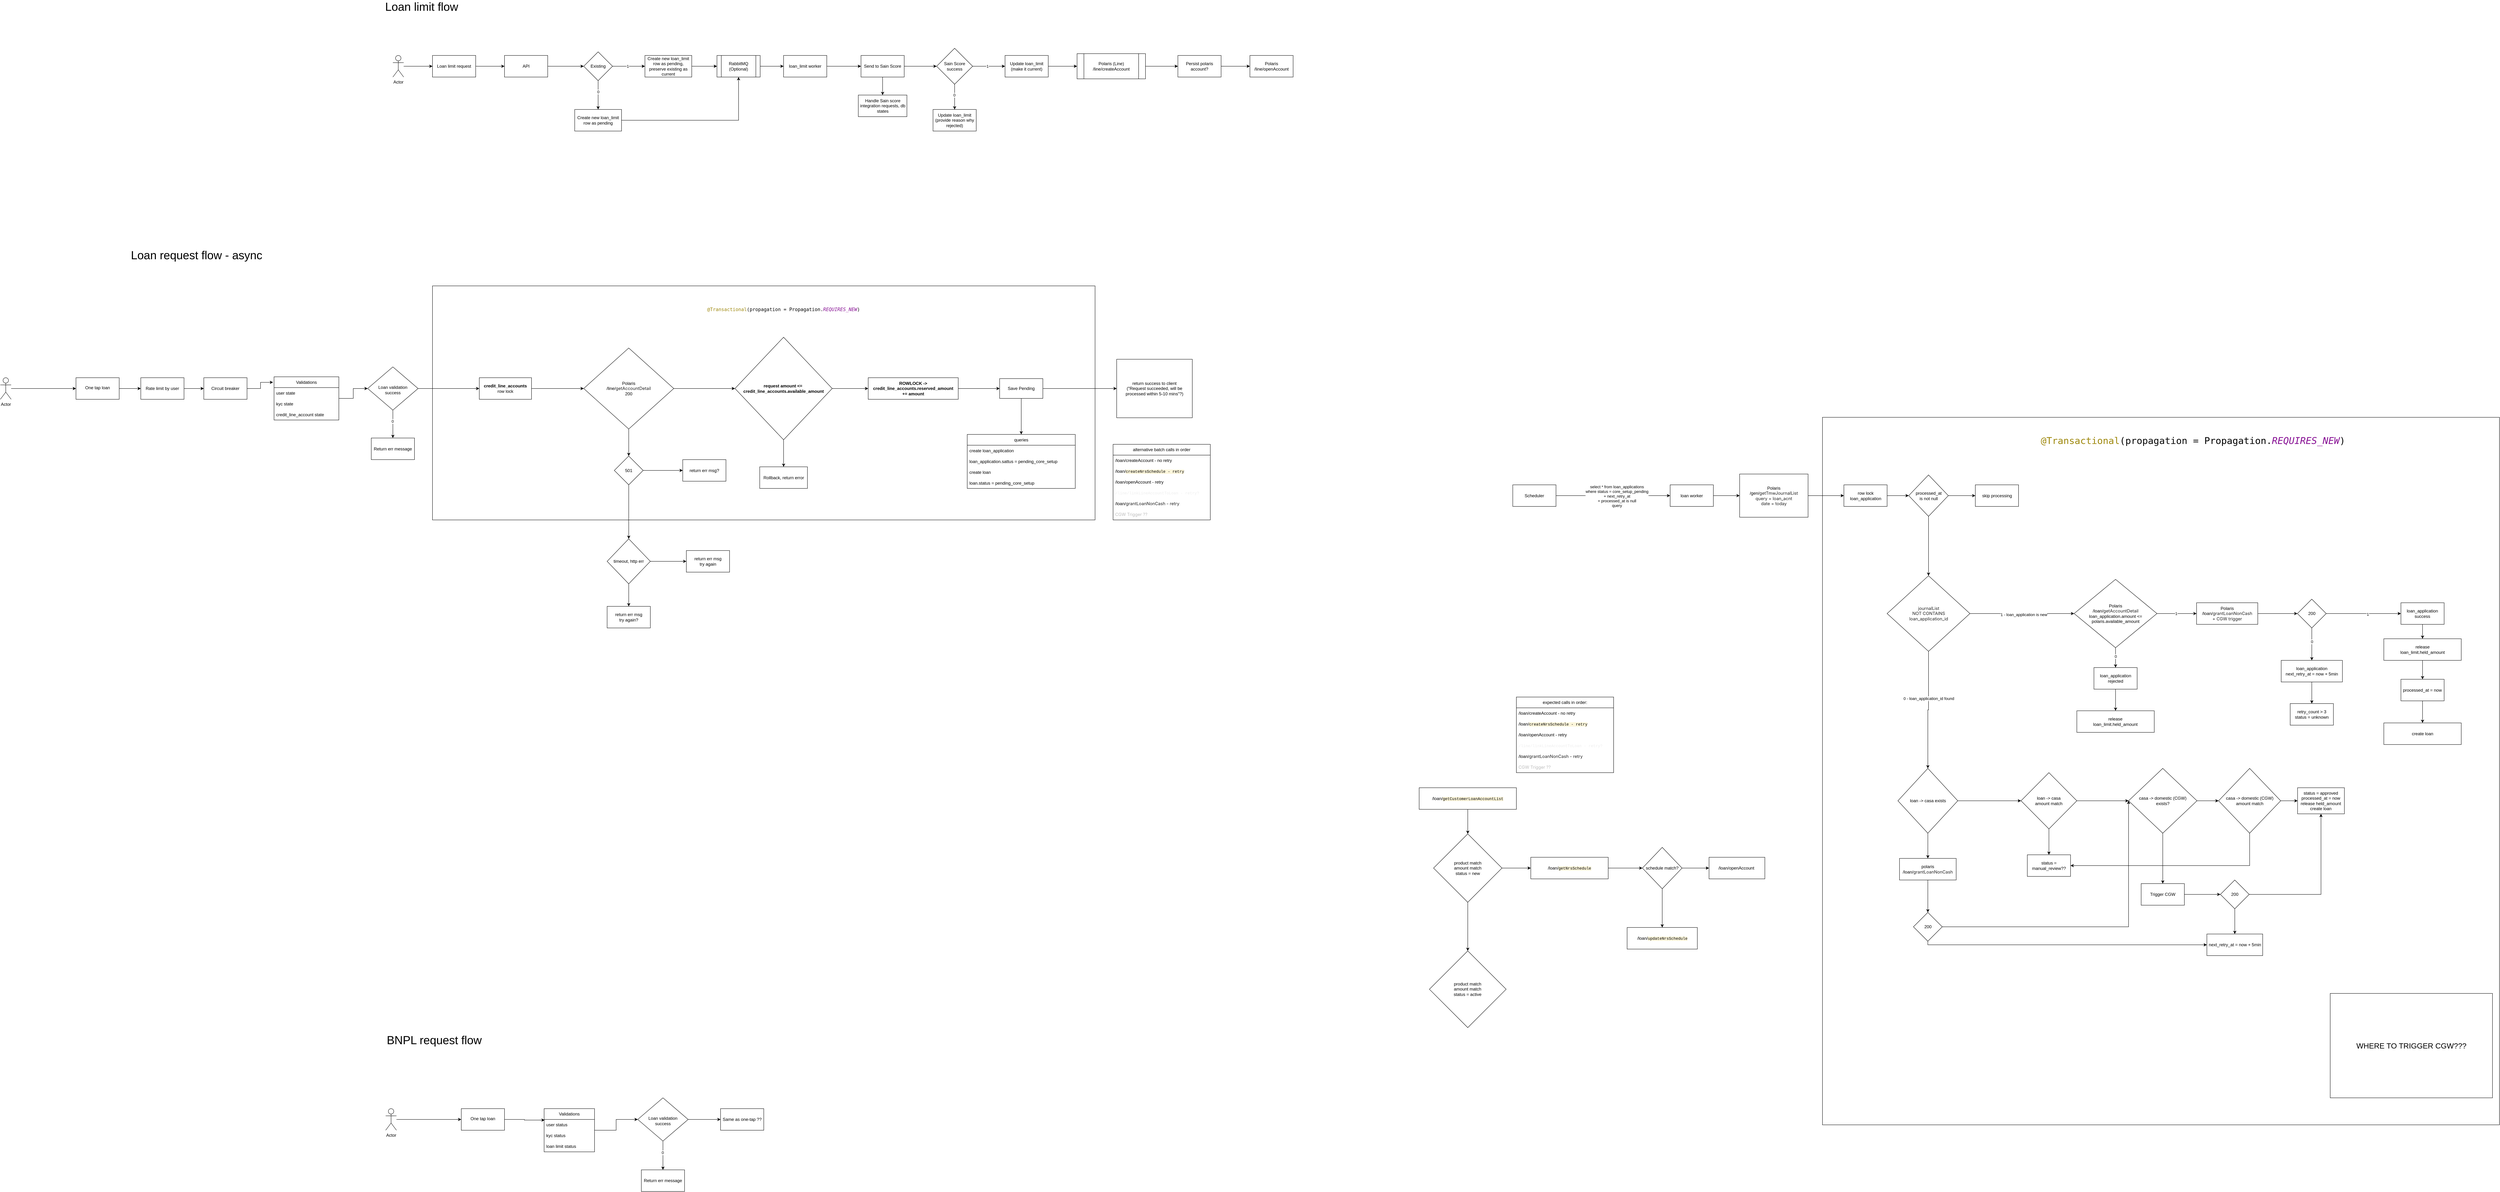
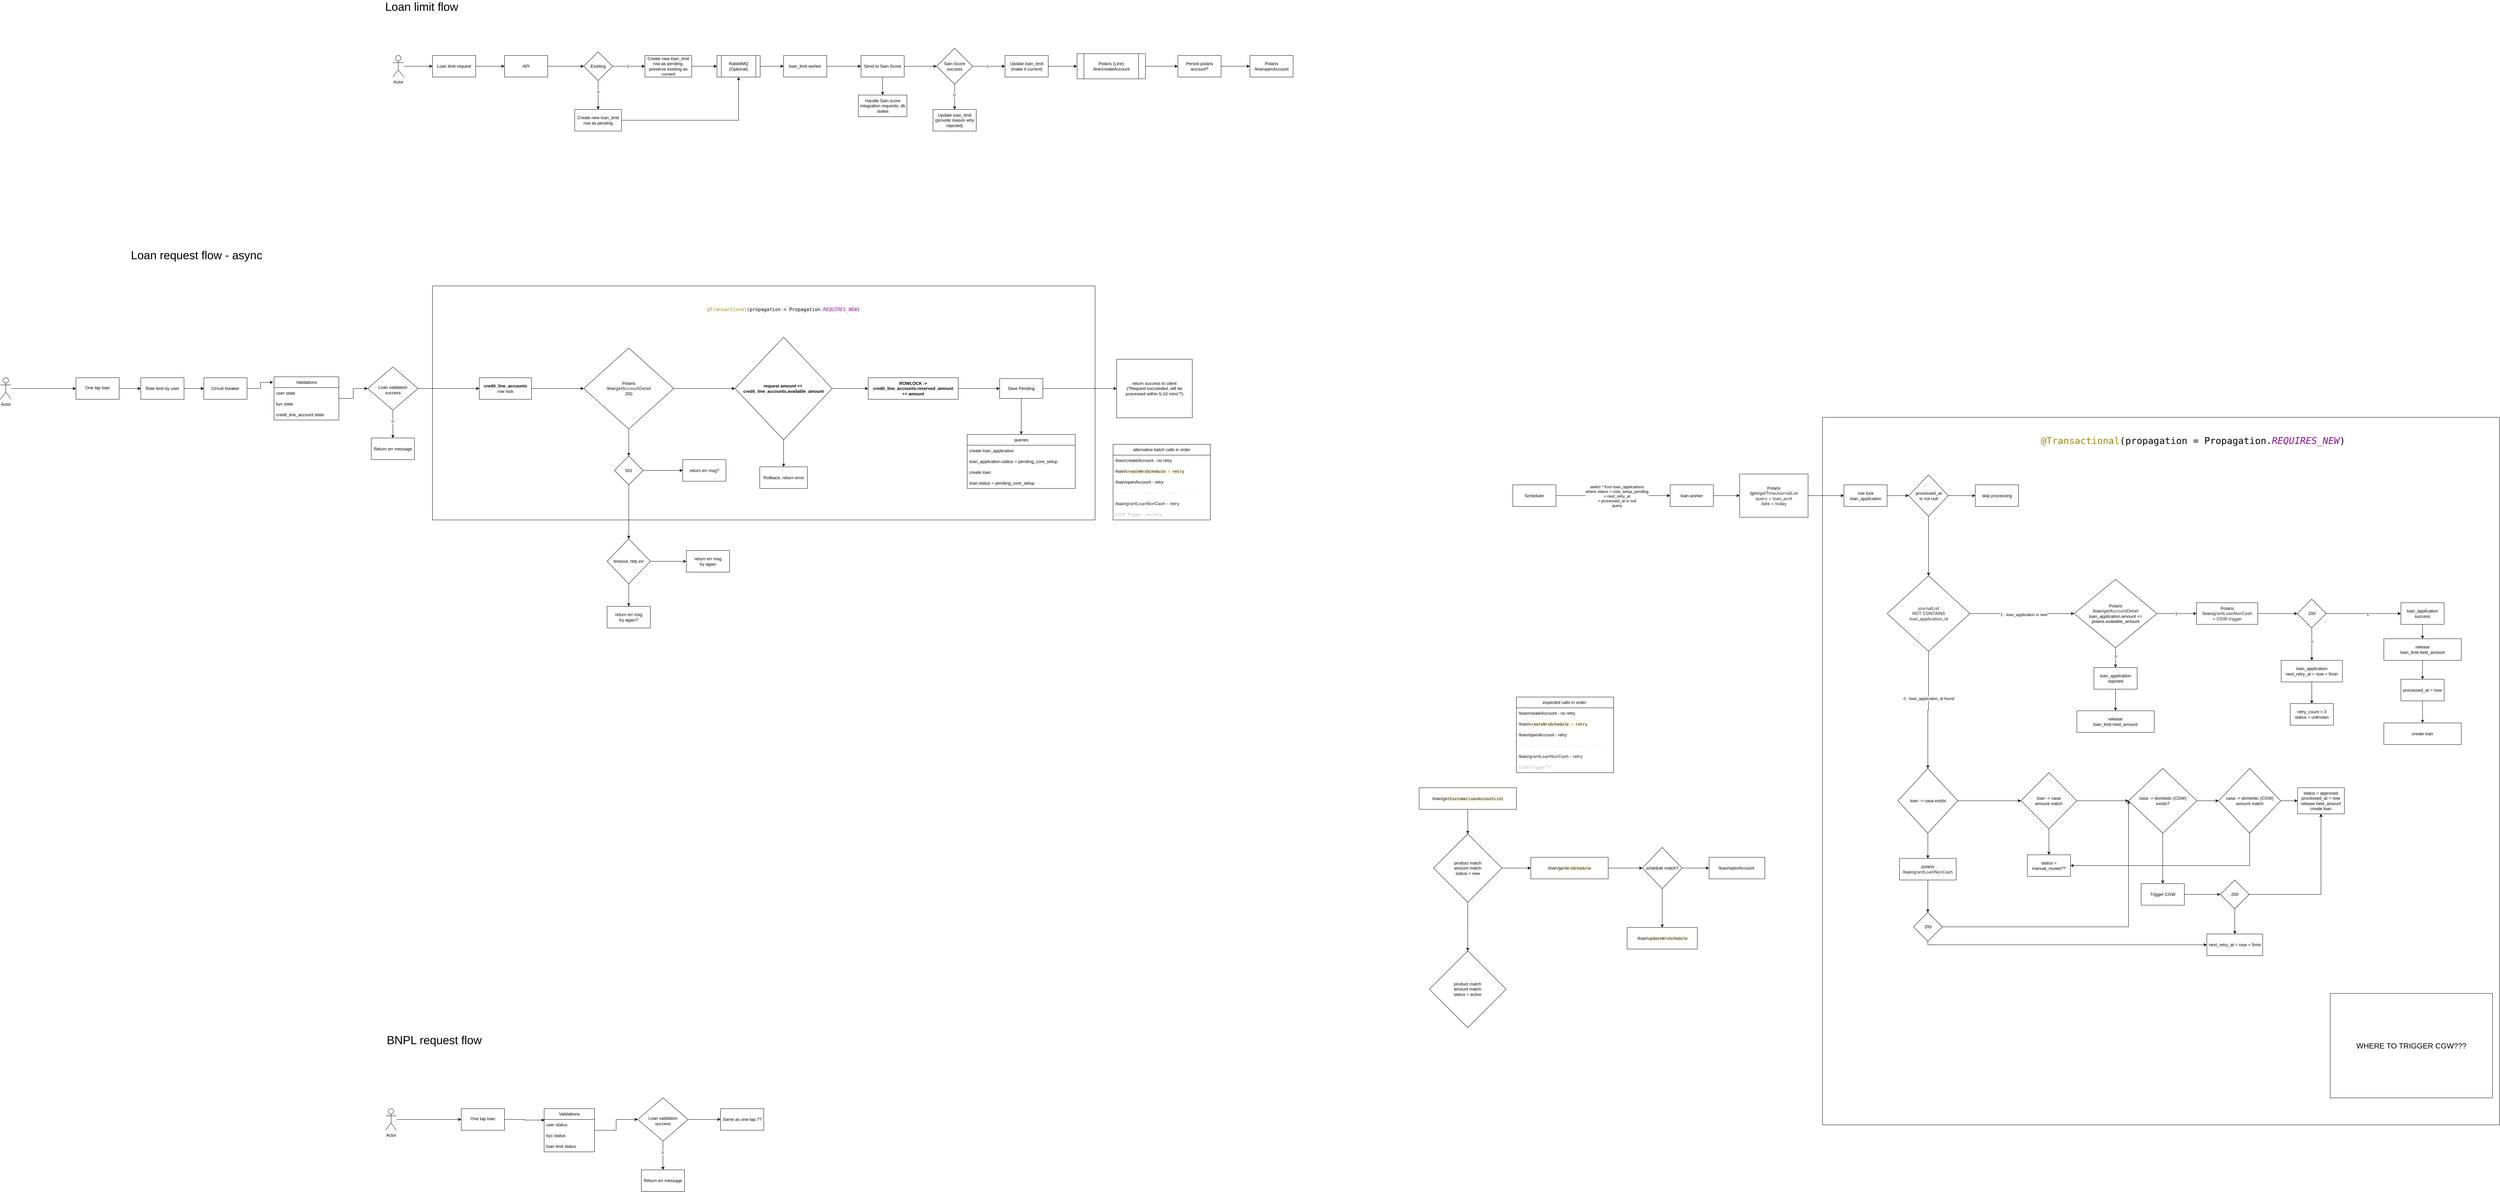
<mxfile host="app.diagrams.net">
  <diagram name="Page-1" id="VCBSuIh8bz7kurrQ0Zaz">
-     <mxGraphModel dx="3109" dy="824" grid="1" gridSize="10" guides="1" tooltips="1" connect="1" arrows="1" fold="1" page="1" pageScale="1" pageWidth="850" pageHeight="1100" math="0" shadow="0">
+     <mxGraphModel dx="2537" dy="489" grid="1" gridSize="10" guides="1" tooltips="1" connect="1" arrows="1" fold="1" page="1" pageScale="1" pageWidth="850" pageHeight="1100" math="0" shadow="0">
      <root>
        <mxCell id="0" />
        <mxCell id="1" parent="0" />
        <mxCell id="In8fDh9ZLN2M87an2Miy-188" parent="1" style="rounded=0;whiteSpace=wrap;html=1;movable=0;resizable=0;rotatable=0;deletable=0;editable=0;locked=1;connectable=0;" value="" vertex="1">
          <mxGeometry height="1965" width="1880" x="4010" y="1215" as="geometry" />
        </mxCell>
        <mxCell id="In8fDh9ZLN2M87an2Miy-172" parent="1" style="rounded=0;whiteSpace=wrap;html=1;movable=0;resizable=0;rotatable=0;deletable=0;editable=0;locked=1;connectable=0;" value="" vertex="1">
          <mxGeometry height="650" width="1840" x="150" y="850" as="geometry" />
        </mxCell>
        <mxCell id="KqixbsF9o6dLofBvsG9t-5" edge="1" parent="1" source="KqixbsF9o6dLofBvsG9t-1" style="edgeStyle=orthogonalEdgeStyle;rounded=0;orthogonalLoop=1;jettySize=auto;html=1;" target="KqixbsF9o6dLofBvsG9t-4" value="">
          <mxGeometry relative="1" as="geometry" />
        </mxCell>
        <mxCell id="KqixbsF9o6dLofBvsG9t-1" parent="1" style="rounded=0;whiteSpace=wrap;html=1;" value="Loan limit request" vertex="1">
          <mxGeometry height="60" width="120" x="150" y="210" as="geometry" />
        </mxCell>
        <mxCell id="KqixbsF9o6dLofBvsG9t-3" edge="1" parent="1" source="KqixbsF9o6dLofBvsG9t-2" style="edgeStyle=orthogonalEdgeStyle;rounded=0;orthogonalLoop=1;jettySize=auto;html=1;" target="KqixbsF9o6dLofBvsG9t-1" value="">
          <mxGeometry relative="1" as="geometry" />
        </mxCell>
        <mxCell id="KqixbsF9o6dLofBvsG9t-2" parent="1" style="shape=umlActor;verticalLabelPosition=bottom;verticalAlign=top;html=1;outlineConnect=0;" value="Actor" vertex="1">
          <mxGeometry height="60" width="30" x="40" y="210" as="geometry" />
        </mxCell>
        <mxCell id="KqixbsF9o6dLofBvsG9t-9" edge="1" parent="1" source="KqixbsF9o6dLofBvsG9t-4" style="edgeStyle=orthogonalEdgeStyle;rounded=0;orthogonalLoop=1;jettySize=auto;html=1;" target="KqixbsF9o6dLofBvsG9t-8" value="">
          <mxGeometry relative="1" as="geometry" />
        </mxCell>
        <mxCell id="KqixbsF9o6dLofBvsG9t-4" parent="1" style="rounded=0;whiteSpace=wrap;html=1;" value="API" vertex="1">
          <mxGeometry height="60" width="120" x="350" y="210" as="geometry" />
        </mxCell>
        <mxCell id="KqixbsF9o6dLofBvsG9t-11" edge="1" parent="1" source="KqixbsF9o6dLofBvsG9t-8" style="edgeStyle=orthogonalEdgeStyle;rounded=0;orthogonalLoop=1;jettySize=auto;html=1;" target="KqixbsF9o6dLofBvsG9t-10" value="">
          <mxGeometry relative="1" as="geometry" />
        </mxCell>
        <mxCell id="KqixbsF9o6dLofBvsG9t-12" connectable="0" parent="KqixbsF9o6dLofBvsG9t-11" style="edgeLabel;html=1;align=center;verticalAlign=middle;resizable=0;points=[];" value="1" vertex="1">
          <mxGeometry relative="1" x="-0.079" as="geometry">
            <mxPoint as="offset" />
          </mxGeometry>
        </mxCell>
        <mxCell id="KqixbsF9o6dLofBvsG9t-14" edge="1" parent="1" source="KqixbsF9o6dLofBvsG9t-8" style="edgeStyle=orthogonalEdgeStyle;rounded=0;orthogonalLoop=1;jettySize=auto;html=1;" target="KqixbsF9o6dLofBvsG9t-13" value="">
          <mxGeometry relative="1" as="geometry" />
        </mxCell>
        <mxCell id="KqixbsF9o6dLofBvsG9t-15" connectable="0" parent="KqixbsF9o6dLofBvsG9t-14" style="edgeLabel;html=1;align=center;verticalAlign=middle;resizable=0;points=[];" value="0" vertex="1">
          <mxGeometry relative="1" x="-0.2407" as="geometry">
            <mxPoint as="offset" />
          </mxGeometry>
        </mxCell>
        <mxCell id="KqixbsF9o6dLofBvsG9t-8" parent="1" style="rhombus;whiteSpace=wrap;html=1;rounded=0;" value="Existing" vertex="1">
          <mxGeometry height="80" width="80" x="570" y="200" as="geometry" />
        </mxCell>
        <mxCell id="KqixbsF9o6dLofBvsG9t-23" edge="1" parent="1" source="KqixbsF9o6dLofBvsG9t-10" style="edgeStyle=orthogonalEdgeStyle;rounded=0;orthogonalLoop=1;jettySize=auto;html=1;" target="KqixbsF9o6dLofBvsG9t-22" value="">
          <mxGeometry relative="1" as="geometry" />
        </mxCell>
        <mxCell id="KqixbsF9o6dLofBvsG9t-10" parent="1" style="whiteSpace=wrap;html=1;rounded=0;" value="Create new loan_limit row as pending, preserve existing as current" vertex="1">
          <mxGeometry height="60" width="130" x="740" y="210" as="geometry" />
        </mxCell>
        <mxCell id="KqixbsF9o6dLofBvsG9t-26" edge="1" parent="1" source="KqixbsF9o6dLofBvsG9t-13" style="edgeStyle=orthogonalEdgeStyle;rounded=0;orthogonalLoop=1;jettySize=auto;html=1;entryX=0.5;entryY=1;entryDx=0;entryDy=0;" target="KqixbsF9o6dLofBvsG9t-22">
          <mxGeometry relative="1" as="geometry" />
        </mxCell>
        <mxCell id="KqixbsF9o6dLofBvsG9t-13" parent="1" style="whiteSpace=wrap;html=1;rounded=0;" value="Create new loan_limit row as pending" vertex="1">
          <mxGeometry height="60" width="130" x="545" y="360" as="geometry" />
        </mxCell>
        <mxCell id="KqixbsF9o6dLofBvsG9t-25" edge="1" parent="1" source="KqixbsF9o6dLofBvsG9t-22" style="edgeStyle=orthogonalEdgeStyle;rounded=0;orthogonalLoop=1;jettySize=auto;html=1;" target="KqixbsF9o6dLofBvsG9t-24" value="">
          <mxGeometry relative="1" as="geometry" />
        </mxCell>
        <mxCell id="KqixbsF9o6dLofBvsG9t-22" parent="1" style="shape=process;whiteSpace=wrap;html=1;backgroundOutline=1;rounded=0;" value="RabbitMQ (Optional)" vertex="1">
          <mxGeometry height="60" width="120" x="940" y="210" as="geometry" />
        </mxCell>
        <mxCell id="KqixbsF9o6dLofBvsG9t-28" edge="1" parent="1" source="KqixbsF9o6dLofBvsG9t-24" style="edgeStyle=orthogonalEdgeStyle;rounded=0;orthogonalLoop=1;jettySize=auto;html=1;" target="KqixbsF9o6dLofBvsG9t-27" value="">
          <mxGeometry relative="1" as="geometry" />
        </mxCell>
        <mxCell id="KqixbsF9o6dLofBvsG9t-24" parent="1" style="whiteSpace=wrap;html=1;rounded=0;" value="loan_limit worker" vertex="1">
          <mxGeometry height="60" width="120" x="1125" y="210" as="geometry" />
        </mxCell>
        <mxCell id="KqixbsF9o6dLofBvsG9t-30" edge="1" parent="1" source="KqixbsF9o6dLofBvsG9t-27" style="edgeStyle=orthogonalEdgeStyle;rounded=0;orthogonalLoop=1;jettySize=auto;html=1;" target="KqixbsF9o6dLofBvsG9t-29" value="">
          <mxGeometry relative="1" as="geometry" />
        </mxCell>
        <mxCell id="KqixbsF9o6dLofBvsG9t-38" edge="1" parent="1" source="KqixbsF9o6dLofBvsG9t-27" style="edgeStyle=orthogonalEdgeStyle;rounded=0;orthogonalLoop=1;jettySize=auto;html=1;" target="KqixbsF9o6dLofBvsG9t-37" value="">
          <mxGeometry relative="1" as="geometry" />
        </mxCell>
        <mxCell id="KqixbsF9o6dLofBvsG9t-27" parent="1" style="whiteSpace=wrap;html=1;rounded=0;" value="Send to Sain Score" vertex="1">
          <mxGeometry height="60" width="120" x="1340" y="210" as="geometry" />
        </mxCell>
        <mxCell id="KqixbsF9o6dLofBvsG9t-32" edge="1" parent="1" source="KqixbsF9o6dLofBvsG9t-29" style="edgeStyle=orthogonalEdgeStyle;rounded=0;orthogonalLoop=1;jettySize=auto;html=1;" target="KqixbsF9o6dLofBvsG9t-31" value="">
          <mxGeometry relative="1" as="geometry" />
        </mxCell>
        <mxCell id="KqixbsF9o6dLofBvsG9t-33" connectable="0" parent="KqixbsF9o6dLofBvsG9t-32" style="edgeLabel;html=1;align=center;verticalAlign=middle;resizable=0;points=[];" value="1" vertex="1">
          <mxGeometry relative="1" x="-0.1048" as="geometry">
            <mxPoint as="offset" />
          </mxGeometry>
        </mxCell>
        <mxCell id="KqixbsF9o6dLofBvsG9t-35" edge="1" parent="1" source="KqixbsF9o6dLofBvsG9t-29" style="edgeStyle=orthogonalEdgeStyle;rounded=0;orthogonalLoop=1;jettySize=auto;html=1;" target="KqixbsF9o6dLofBvsG9t-34" value="">
          <mxGeometry relative="1" as="geometry" />
        </mxCell>
        <mxCell id="KqixbsF9o6dLofBvsG9t-36" connectable="0" parent="KqixbsF9o6dLofBvsG9t-35" style="edgeLabel;html=1;align=center;verticalAlign=middle;resizable=0;points=[];" value="0" vertex="1">
          <mxGeometry relative="1" x="-0.1429" y="-1" as="geometry">
            <mxPoint as="offset" />
          </mxGeometry>
        </mxCell>
        <mxCell id="KqixbsF9o6dLofBvsG9t-29" parent="1" style="rhombus;whiteSpace=wrap;html=1;rounded=0;" value="Sain Score success" vertex="1">
          <mxGeometry height="100" width="100" x="1550" y="190" as="geometry" />
        </mxCell>
        <mxCell id="KqixbsF9o6dLofBvsG9t-66" edge="1" parent="1" source="KqixbsF9o6dLofBvsG9t-31" style="edgeStyle=orthogonalEdgeStyle;rounded=0;orthogonalLoop=1;jettySize=auto;html=1;" target="KqixbsF9o6dLofBvsG9t-65" value="">
          <mxGeometry relative="1" as="geometry" />
        </mxCell>
        <mxCell id="KqixbsF9o6dLofBvsG9t-31" parent="1" style="whiteSpace=wrap;html=1;rounded=0;" value="Update loan_limit (make it current)" vertex="1">
          <mxGeometry height="60" width="120" x="1740" y="210" as="geometry" />
        </mxCell>
        <mxCell id="KqixbsF9o6dLofBvsG9t-34" parent="1" style="whiteSpace=wrap;html=1;rounded=0;" value="Update loan_limit&lt;br&gt;(provide reason why rejected)" vertex="1">
          <mxGeometry height="60" width="120" x="1540" y="360" as="geometry" />
        </mxCell>
        <mxCell id="KqixbsF9o6dLofBvsG9t-37" parent="1" style="whiteSpace=wrap;html=1;rounded=0;" value="Handle Sain score integration requests, db states" vertex="1">
          <mxGeometry height="60" width="135" x="1332.5" y="320" as="geometry" />
        </mxCell>
        <mxCell id="KqixbsF9o6dLofBvsG9t-40" parent="1" style="text;html=1;whiteSpace=wrap;strokeColor=none;fillColor=none;align=center;verticalAlign=middle;rounded=0;fontSize=32;" value="Loan limit flow" vertex="1">
          <mxGeometry height="30" width="260" x="-10" y="60" as="geometry" />
        </mxCell>
        <mxCell id="KqixbsF9o6dLofBvsG9t-74" edge="1" parent="1" source="KqixbsF9o6dLofBvsG9t-65" style="edgeStyle=orthogonalEdgeStyle;rounded=0;orthogonalLoop=1;jettySize=auto;html=1;" target="KqixbsF9o6dLofBvsG9t-73" value="">
          <mxGeometry relative="1" as="geometry" />
        </mxCell>
        <mxCell id="KqixbsF9o6dLofBvsG9t-65" parent="1" style="shape=process;whiteSpace=wrap;html=1;backgroundOutline=1;rounded=0;" value="Polaris (Line)&lt;br&gt;/line/createAccount" vertex="1">
          <mxGeometry height="70" width="190" x="1940" y="205" as="geometry" />
        </mxCell>
        <mxCell id="P7TJZT1PVnBYbLh7lMs1-4" edge="1" parent="1" source="KqixbsF9o6dLofBvsG9t-73" style="edgeStyle=orthogonalEdgeStyle;rounded=0;orthogonalLoop=1;jettySize=auto;html=1;" target="P7TJZT1PVnBYbLh7lMs1-3" value="">
          <mxGeometry relative="1" as="geometry" />
        </mxCell>
        <mxCell id="KqixbsF9o6dLofBvsG9t-73" parent="1" style="whiteSpace=wrap;html=1;rounded=0;" value="Persist polaris account?" vertex="1">
          <mxGeometry height="60" width="120" x="2220" y="210" as="geometry" />
        </mxCell>
        <mxCell id="U8Ajh8Gpa-m2DNKNFQys-1" parent="1" style="text;html=1;whiteSpace=wrap;strokeColor=none;fillColor=none;align=center;verticalAlign=middle;rounded=0;fontSize=32;" value="Loan request flow - async" vertex="1">
          <mxGeometry height="30" width="590" x="-800" y="750" as="geometry" />
        </mxCell>
        <mxCell id="In8fDh9ZLN2M87an2Miy-1" edge="1" parent="1" source="In8fDh9ZLN2M87an2Miy-2" style="edgeStyle=orthogonalEdgeStyle;rounded=0;orthogonalLoop=1;jettySize=auto;html=1;" target="In8fDh9ZLN2M87an2Miy-4" value="">
          <mxGeometry relative="1" as="geometry" />
        </mxCell>
        <mxCell id="In8fDh9ZLN2M87an2Miy-2" parent="1" style="shape=umlActor;verticalLabelPosition=bottom;verticalAlign=top;html=1;outlineConnect=0;" value="Actor" vertex="1">
          <mxGeometry height="60" width="30" x="-1050" y="1105" as="geometry" />
        </mxCell>
        <mxCell id="P7TJZT1PVnBYbLh7lMs1-42" edge="1" parent="1" source="In8fDh9ZLN2M87an2Miy-4" style="edgeStyle=orthogonalEdgeStyle;rounded=0;orthogonalLoop=1;jettySize=auto;html=1;" target="P7TJZT1PVnBYbLh7lMs1-41" value="">
          <mxGeometry relative="1" as="geometry" />
        </mxCell>
        <mxCell id="In8fDh9ZLN2M87an2Miy-4" parent="1" style="whiteSpace=wrap;html=1;verticalAlign=top;" value="&lt;div&gt;&lt;br&gt;&lt;/div&gt;&lt;div&gt;One tap loan&lt;/div&gt;" vertex="1">
          <mxGeometry height="60" width="120" x="-840" y="1105" as="geometry" />
        </mxCell>
        <mxCell id="In8fDh9ZLN2M87an2Miy-7" edge="1" parent="1" source="In8fDh9ZLN2M87an2Miy-9" style="edgeStyle=orthogonalEdgeStyle;rounded=0;orthogonalLoop=1;jettySize=auto;html=1;" target="In8fDh9ZLN2M87an2Miy-13" value="">
          <mxGeometry relative="1" as="geometry" />
        </mxCell>
        <mxCell id="In8fDh9ZLN2M87an2Miy-8" connectable="0" parent="In8fDh9ZLN2M87an2Miy-7" style="edgeLabel;html=1;align=center;verticalAlign=middle;resizable=0;points=[];" value="0" vertex="1">
          <mxGeometry relative="1" x="-0.2091" y="-1" as="geometry">
            <mxPoint as="offset" />
          </mxGeometry>
        </mxCell>
        <mxCell id="P7TJZT1PVnBYbLh7lMs1-36" edge="1" parent="1" source="In8fDh9ZLN2M87an2Miy-9" style="edgeStyle=orthogonalEdgeStyle;rounded=0;orthogonalLoop=1;jettySize=auto;html=1;entryX=0;entryY=0.5;entryDx=0;entryDy=0;" target="In8fDh9ZLN2M87an2Miy-161">
          <mxGeometry relative="1" as="geometry" />
        </mxCell>
        <mxCell id="In8fDh9ZLN2M87an2Miy-9" parent="1" style="rhombus;whiteSpace=wrap;html=1;verticalAlign=top;" value="&lt;br&gt;&lt;br&gt;&lt;div&gt;&lt;br&gt;&lt;/div&gt;&lt;div&gt;Loan validation&lt;br&gt;success&lt;/div&gt;" vertex="1">
          <mxGeometry height="120" width="140" x="-30" y="1075" as="geometry" />
        </mxCell>
        <mxCell id="In8fDh9ZLN2M87an2Miy-10" edge="1" parent="1" source="In8fDh9ZLN2M87an2Miy-12" style="edgeStyle=orthogonalEdgeStyle;rounded=0;orthogonalLoop=1;jettySize=auto;html=1;entryX=0.5;entryY=0;entryDx=0;entryDy=0;" target="In8fDh9ZLN2M87an2Miy-14">
          <mxGeometry relative="1" as="geometry" />
        </mxCell>
        <mxCell id="In8fDh9ZLN2M87an2Miy-54" edge="1" parent="1" source="In8fDh9ZLN2M87an2Miy-105" style="edgeStyle=orthogonalEdgeStyle;rounded=0;orthogonalLoop=1;jettySize=auto;html=1;exitX=1;exitY=0.5;exitDx=0;exitDy=0;" target="In8fDh9ZLN2M87an2Miy-53" value="">
          <mxGeometry relative="1" as="geometry">
            <mxPoint x="3329.5" y="1432.5" as="sourcePoint" />
          </mxGeometry>
        </mxCell>
        <mxCell id="In8fDh9ZLN2M87an2Miy-55" connectable="0" parent="In8fDh9ZLN2M87an2Miy-54" style="edgeLabel;html=1;align=center;verticalAlign=middle;resizable=0;points=[];" value="select * from loan_applications&lt;br&gt;where status = core_setup_pending&lt;br&gt;+ next_retry_at&lt;br&gt;+ processed_at is null&lt;br&gt;query" vertex="1">
          <mxGeometry relative="1" x="0.0637" y="-1" as="geometry">
            <mxPoint as="offset" />
          </mxGeometry>
        </mxCell>
        <mxCell id="In8fDh9ZLN2M87an2Miy-246" edge="1" parent="1" source="In8fDh9ZLN2M87an2Miy-12" style="edgeStyle=orthogonalEdgeStyle;rounded=0;orthogonalLoop=1;jettySize=auto;html=1;entryX=0;entryY=0.5;entryDx=0;entryDy=0;" target="In8fDh9ZLN2M87an2Miy-185">
          <mxGeometry relative="1" as="geometry">
            <mxPoint x="2120" y="1137" as="targetPoint" />
          </mxGeometry>
        </mxCell>
        <mxCell id="In8fDh9ZLN2M87an2Miy-12" parent="1" style="whiteSpace=wrap;html=1;verticalAlign=middle;" value="Save Pending" vertex="1">
          <mxGeometry height="55" width="120" x="1725" y="1107.5" as="geometry" />
        </mxCell>
        <mxCell id="In8fDh9ZLN2M87an2Miy-13" parent="1" style="whiteSpace=wrap;html=1;verticalAlign=middle;" value="Return err message" vertex="1">
          <mxGeometry height="60" width="120" x="-20" y="1272.5" as="geometry" />
        </mxCell>
        <mxCell id="In8fDh9ZLN2M87an2Miy-14" parent="1" style="swimlane;fontStyle=0;childLayout=stackLayout;horizontal=1;startSize=30;horizontalStack=0;resizeParent=1;resizeParentMax=0;resizeLast=0;collapsible=1;marginBottom=0;whiteSpace=wrap;html=1;" value="queries" vertex="1">
          <mxGeometry height="150" width="300" x="1635" y="1262.5" as="geometry" />
        </mxCell>
        <mxCell id="In8fDh9ZLN2M87an2Miy-15" parent="In8fDh9ZLN2M87an2Miy-14" style="text;strokeColor=none;fillColor=none;align=left;verticalAlign=middle;spacingLeft=4;spacingRight=4;overflow=hidden;points=[[0,0.5],[1,0.5]];portConstraint=eastwest;rotatable=0;whiteSpace=wrap;html=1;" value="create loan_application" vertex="1">
          <mxGeometry height="30" width="300" y="30" as="geometry" />
        </mxCell>
        <mxCell id="In8fDh9ZLN2M87an2Miy-104" parent="In8fDh9ZLN2M87an2Miy-14" style="text;strokeColor=none;fillColor=none;align=left;verticalAlign=middle;spacingLeft=4;spacingRight=4;overflow=hidden;points=[[0,0.5],[1,0.5]];portConstraint=eastwest;rotatable=0;whiteSpace=wrap;html=1;" value="loan_application.sattus = pending_core_setup" vertex="1">
          <mxGeometry height="30" width="300" y="60" as="geometry" />
        </mxCell>
        <mxCell id="In8fDh9ZLN2M87an2Miy-17" parent="In8fDh9ZLN2M87an2Miy-14" style="text;strokeColor=none;fillColor=none;align=left;verticalAlign=middle;spacingLeft=4;spacingRight=4;overflow=hidden;points=[[0,0.5],[1,0.5]];portConstraint=eastwest;rotatable=0;whiteSpace=wrap;html=1;" value="create loan" vertex="1">
          <mxGeometry height="30" width="300" y="90" as="geometry" />
        </mxCell>
        <mxCell id="P7TJZT1PVnBYbLh7lMs1-40" parent="In8fDh9ZLN2M87an2Miy-14" style="text;strokeColor=none;fillColor=none;align=left;verticalAlign=middle;spacingLeft=4;spacingRight=4;overflow=hidden;points=[[0,0.5],[1,0.5]];portConstraint=eastwest;rotatable=0;whiteSpace=wrap;html=1;" value="loan.status = pending_core_setup" vertex="1">
          <mxGeometry height="30" width="300" y="120" as="geometry" />
        </mxCell>
        <mxCell id="In8fDh9ZLN2M87an2Miy-32" edge="1" parent="1" source="In8fDh9ZLN2M87an2Miy-27" style="edgeStyle=orthogonalEdgeStyle;rounded=0;orthogonalLoop=1;jettySize=auto;html=1;entryX=0;entryY=0.5;entryDx=0;entryDy=0;" target="In8fDh9ZLN2M87an2Miy-9">
          <mxGeometry relative="1" as="geometry" />
        </mxCell>
        <mxCell id="In8fDh9ZLN2M87an2Miy-27" parent="1" style="swimlane;fontStyle=0;childLayout=stackLayout;horizontal=1;startSize=30;horizontalStack=0;resizeParent=1;resizeParentMax=0;resizeLast=0;collapsible=1;marginBottom=0;whiteSpace=wrap;html=1;" value="Validations" vertex="1">
          <mxGeometry height="120" width="180" x="-290" y="1102.5" as="geometry" />
        </mxCell>
        <mxCell id="In8fDh9ZLN2M87an2Miy-28" parent="In8fDh9ZLN2M87an2Miy-27" style="text;strokeColor=none;fillColor=none;align=left;verticalAlign=middle;spacingLeft=4;spacingRight=4;overflow=hidden;points=[[0,0.5],[1,0.5]];portConstraint=eastwest;rotatable=0;whiteSpace=wrap;html=1;" value="user state" vertex="1">
          <mxGeometry height="30" width="180" y="30" as="geometry" />
        </mxCell>
        <mxCell id="In8fDh9ZLN2M87an2Miy-29" parent="In8fDh9ZLN2M87an2Miy-27" style="text;strokeColor=none;fillColor=none;align=left;verticalAlign=middle;spacingLeft=4;spacingRight=4;overflow=hidden;points=[[0,0.5],[1,0.5]];portConstraint=eastwest;rotatable=0;whiteSpace=wrap;html=1;" value="kyc state" vertex="1">
          <mxGeometry height="30" width="180" y="60" as="geometry" />
        </mxCell>
        <mxCell id="In8fDh9ZLN2M87an2Miy-33" parent="In8fDh9ZLN2M87an2Miy-27" style="text;strokeColor=none;fillColor=none;align=left;verticalAlign=middle;spacingLeft=4;spacingRight=4;overflow=hidden;points=[[0,0.5],[1,0.5]];portConstraint=eastwest;rotatable=0;whiteSpace=wrap;html=1;" value="credit_line_account state" vertex="1">
          <mxGeometry height="30" width="180" y="90" as="geometry" />
        </mxCell>
        <mxCell id="In8fDh9ZLN2M87an2Miy-116" edge="1" parent="1" source="In8fDh9ZLN2M87an2Miy-53" style="edgeStyle=orthogonalEdgeStyle;rounded=0;orthogonalLoop=1;jettySize=auto;html=1;entryX=0;entryY=0.5;entryDx=0;entryDy=0;" target="In8fDh9ZLN2M87an2Miy-68">
          <mxGeometry relative="1" as="geometry" />
        </mxCell>
        <mxCell id="In8fDh9ZLN2M87an2Miy-53" parent="1" style="whiteSpace=wrap;html=1;" value="loan worker" vertex="1">
          <mxGeometry height="60" width="120" x="3587" y="1402.5" as="geometry" />
        </mxCell>
        <mxCell id="In8fDh9ZLN2M87an2Miy-67" edge="1" parent="1" source="In8fDh9ZLN2M87an2Miy-58" style="edgeStyle=orthogonalEdgeStyle;rounded=0;orthogonalLoop=1;jettySize=auto;html=1;entryX=0;entryY=0.5;entryDx=0;entryDy=0;" target="In8fDh9ZLN2M87an2Miy-66" value="">
          <mxGeometry relative="1" as="geometry">
            <mxPoint x="5343.87" y="1760" as="targetPoint" />
          </mxGeometry>
        </mxCell>
        <mxCell id="In8fDh9ZLN2M87an2Miy-58" parent="1" style="whiteSpace=wrap;html=1;" value="Polaris /loan/&lt;span style=&quot;color: rgb(33, 33, 33); font-family: Inter, system-ui, -apple-system, &amp;quot;system-ui&amp;quot;, &amp;quot;Segoe UI&amp;quot;, Roboto, Oxygen, Ubuntu, Cantarell, &amp;quot;Fira Sans&amp;quot;, &amp;quot;Droid Sans&amp;quot;, Helvetica, Arial, sans-serif; text-align: left; white-space: pre-wrap; background-color: rgb(255, 255, 255);&quot;&gt;grantLoanNonCash&lt;br/&gt;+ CGW trigger&lt;/span&gt;" vertex="1">
          <mxGeometry height="60" width="170" x="5048.87" y="1730" as="geometry" />
        </mxCell>
        <mxCell id="In8fDh9ZLN2M87an2Miy-62" edge="1" parent="1" source="In8fDh9ZLN2M87an2Miy-59" style="edgeStyle=orthogonalEdgeStyle;rounded=0;orthogonalLoop=1;jettySize=auto;html=1;" target="In8fDh9ZLN2M87an2Miy-61" value="">
          <mxGeometry relative="1" as="geometry" />
        </mxCell>
        <mxCell id="In8fDh9ZLN2M87an2Miy-91" connectable="0" parent="In8fDh9ZLN2M87an2Miy-62" style="edgeLabel;html=1;align=center;verticalAlign=middle;resizable=0;points=[];" value="0" vertex="1">
          <mxGeometry relative="1" x="-0.1431" as="geometry">
            <mxPoint as="offset" />
          </mxGeometry>
        </mxCell>
        <mxCell id="In8fDh9ZLN2M87an2Miy-65" edge="1" parent="1" source="In8fDh9ZLN2M87an2Miy-59" style="edgeStyle=orthogonalEdgeStyle;rounded=0;orthogonalLoop=1;jettySize=auto;html=1;" target="In8fDh9ZLN2M87an2Miy-58">
          <mxGeometry relative="1" as="geometry" />
        </mxCell>
        <mxCell id="In8fDh9ZLN2M87an2Miy-90" connectable="0" parent="In8fDh9ZLN2M87an2Miy-65" style="edgeLabel;html=1;align=center;verticalAlign=middle;resizable=0;points=[];" value="1" vertex="1">
          <mxGeometry relative="1" x="-0.0451" as="geometry">
            <mxPoint as="offset" />
          </mxGeometry>
        </mxCell>
        <mxCell id="In8fDh9ZLN2M87an2Miy-59" parent="1" style="rhombus;whiteSpace=wrap;html=1;" value="Polaris&lt;br&gt;/loan/&lt;span style=&quot;color: rgb(33, 33, 33); font-family: Inter, system-ui, -apple-system, &amp;quot;system-ui&amp;quot;, &amp;quot;Segoe UI&amp;quot;, Roboto, Oxygen, Ubuntu, Cantarell, &amp;quot;Fira Sans&amp;quot;, &amp;quot;Droid Sans&amp;quot;, Helvetica, Arial, sans-serif; text-align: left; white-space: pre-wrap; background-color: rgb(255, 255, 255);&quot;&gt;getAccountDetail&lt;/span&gt;&lt;br&gt;loan_application.amount &amp;lt;= polaris.available_amount" vertex="1">
          <mxGeometry height="190" width="230" x="4708.87" y="1665" as="geometry" />
        </mxCell>
        <mxCell id="In8fDh9ZLN2M87an2Miy-64" edge="1" parent="1" source="In8fDh9ZLN2M87an2Miy-61" style="edgeStyle=orthogonalEdgeStyle;rounded=0;orthogonalLoop=1;jettySize=auto;html=1;" target="In8fDh9ZLN2M87an2Miy-63" value="">
          <mxGeometry relative="1" as="geometry" />
        </mxCell>
        <mxCell id="In8fDh9ZLN2M87an2Miy-61" parent="1" style="whiteSpace=wrap;html=1;" value="loan_application&lt;br&gt;rejected" vertex="1">
          <mxGeometry height="60" width="120" x="4763.87" y="1910" as="geometry" />
        </mxCell>
        <mxCell id="In8fDh9ZLN2M87an2Miy-63" parent="1" style="whiteSpace=wrap;html=1;" value="release &lt;br&gt;loan_limit.held_amount" vertex="1">
          <mxGeometry height="60" width="215" x="4716.37" y="2030" as="geometry" />
        </mxCell>
        <mxCell id="In8fDh9ZLN2M87an2Miy-81" edge="1" parent="1" source="In8fDh9ZLN2M87an2Miy-66" style="edgeStyle=orthogonalEdgeStyle;rounded=0;orthogonalLoop=1;jettySize=auto;html=1;entryX=0;entryY=0.5;entryDx=0;entryDy=0;" target="In8fDh9ZLN2M87an2Miy-79">
          <mxGeometry relative="1" as="geometry" />
        </mxCell>
        <mxCell id="In8fDh9ZLN2M87an2Miy-92" connectable="0" parent="In8fDh9ZLN2M87an2Miy-81" style="edgeLabel;html=1;align=center;verticalAlign=middle;resizable=0;points=[];" value="1" vertex="1">
          <mxGeometry relative="1" x="0.1055" y="-2" as="geometry">
            <mxPoint as="offset" />
          </mxGeometry>
        </mxCell>
        <mxCell id="In8fDh9ZLN2M87an2Miy-83" edge="1" parent="1" source="In8fDh9ZLN2M87an2Miy-66" style="edgeStyle=orthogonalEdgeStyle;rounded=0;orthogonalLoop=1;jettySize=auto;html=1;" target="In8fDh9ZLN2M87an2Miy-82" value="">
          <mxGeometry relative="1" as="geometry" />
        </mxCell>
        <mxCell id="In8fDh9ZLN2M87an2Miy-93" connectable="0" parent="In8fDh9ZLN2M87an2Miy-83" style="edgeLabel;html=1;align=center;verticalAlign=middle;resizable=0;points=[];" value="0" vertex="1">
          <mxGeometry relative="1" x="-0.1623" as="geometry">
            <mxPoint as="offset" />
          </mxGeometry>
        </mxCell>
        <mxCell id="In8fDh9ZLN2M87an2Miy-66" parent="1" style="rhombus;whiteSpace=wrap;html=1;" value="200" vertex="1">
          <mxGeometry height="80" width="80" x="5328.87" y="1720" as="geometry" />
        </mxCell>
        <mxCell id="In8fDh9ZLN2M87an2Miy-119" edge="1" parent="1" source="In8fDh9ZLN2M87an2Miy-68" style="edgeStyle=orthogonalEdgeStyle;rounded=0;orthogonalLoop=1;jettySize=auto;html=1;" target="In8fDh9ZLN2M87an2Miy-118" value="">
          <mxGeometry relative="1" as="geometry" />
        </mxCell>
        <mxCell id="In8fDh9ZLN2M87an2Miy-68" parent="1" style="whiteSpace=wrap;html=1;" value="Polaris&lt;br&gt;/gen/&lt;span style=&quot;white-space: pre-wrap; color: rgb(33, 33, 33); font-family: Inter, system-ui, -apple-system, &amp;quot;system-ui&amp;quot;, &amp;quot;Segoe UI&amp;quot;, Roboto, Oxygen, Ubuntu, Cantarell, &amp;quot;Fira Sans&amp;quot;, &amp;quot;Droid Sans&amp;quot;, Helvetica, Arial, sans-serif; text-align: left; background-color: rgb(255, 255, 255);&quot;&gt;getTmwJournalList&lt;br&gt;query = loan_acnt&lt;br/&gt;date = today&lt;/span&gt;" vertex="1">
          <mxGeometry height="120" width="190" x="3780" y="1372.5" as="geometry" />
        </mxCell>
        <mxCell id="In8fDh9ZLN2M87an2Miy-71" edge="1" parent="1" source="In8fDh9ZLN2M87an2Miy-69" style="edgeStyle=orthogonalEdgeStyle;rounded=0;orthogonalLoop=1;jettySize=auto;html=1;entryX=0;entryY=0.5;entryDx=0;entryDy=0;" target="In8fDh9ZLN2M87an2Miy-59">
          <mxGeometry relative="1" as="geometry" />
        </mxCell>
        <mxCell id="In8fDh9ZLN2M87an2Miy-77" connectable="0" parent="In8fDh9ZLN2M87an2Miy-71" style="edgeLabel;html=1;align=center;verticalAlign=middle;resizable=0;points=[];" value="1 - loan_application is new" vertex="1">
          <mxGeometry relative="1" x="0.0312" y="-3" as="geometry">
            <mxPoint as="offset" />
          </mxGeometry>
        </mxCell>
        <mxCell id="In8fDh9ZLN2M87an2Miy-73" edge="1" parent="1" source="In8fDh9ZLN2M87an2Miy-69" style="edgeStyle=orthogonalEdgeStyle;rounded=0;orthogonalLoop=1;jettySize=auto;html=1;entryX=0.5;entryY=0;entryDx=0;entryDy=0;" target="In8fDh9ZLN2M87an2Miy-111" value="">
          <mxGeometry relative="1" as="geometry">
            <mxPoint x="4303.87" y="1960" as="targetPoint" />
          </mxGeometry>
        </mxCell>
        <mxCell id="In8fDh9ZLN2M87an2Miy-74" connectable="0" parent="In8fDh9ZLN2M87an2Miy-73" style="edgeLabel;html=1;align=center;verticalAlign=middle;resizable=0;points=[];" value="0 - loan_application_id found" vertex="1">
          <mxGeometry relative="1" x="-0.1975" as="geometry">
            <mxPoint as="offset" />
          </mxGeometry>
        </mxCell>
        <mxCell id="In8fDh9ZLN2M87an2Miy-69" parent="1" style="rhombus;whiteSpace=wrap;html=1;verticalAlign=middle;" value="&lt;div style=&quot;text-align: center;&quot;&gt;&lt;span style=&quot;background-color: light-dark(rgb(255, 255, 255), rgb(18, 18, 18)); color: light-dark(rgb(33, 33, 33), rgb(209, 209, 209)); font-family: Inter, system-ui, -apple-system, &amp;quot;system-ui&amp;quot;, &amp;quot;Segoe UI&amp;quot;, Roboto, Oxygen, Ubuntu, Cantarell, &amp;quot;Fira Sans&amp;quot;, &amp;quot;Droid Sans&amp;quot;, Helvetica, Arial, sans-serif; text-align: left; white-space: pre-wrap;&quot;&gt;journalList&lt;br&gt;NOT CONTAINS&lt;/span&gt;&lt;/div&gt;&lt;span style=&quot;white-space: pre-wrap; color: rgb(33, 33, 33); font-family: Inter, system-ui, -apple-system, &amp;quot;system-ui&amp;quot;, &amp;quot;Segoe UI&amp;quot;, Roboto, Oxygen, Ubuntu, Cantarell, &amp;quot;Fira Sans&amp;quot;, &amp;quot;Droid Sans&amp;quot;, Helvetica, Arial, sans-serif; text-align: left; background-color: rgb(255, 255, 255);&quot;&gt;loan_application_id&lt;/span&gt;" vertex="1">
          <mxGeometry height="210" width="230" x="4189.5" y="1655" as="geometry" />
        </mxCell>
        <mxCell id="In8fDh9ZLN2M87an2Miy-78" edge="1" parent="1" source="In8fDh9ZLN2M87an2Miy-79" style="edgeStyle=orthogonalEdgeStyle;rounded=0;orthogonalLoop=1;jettySize=auto;html=1;" target="In8fDh9ZLN2M87an2Miy-80" value="">
          <mxGeometry relative="1" as="geometry" />
        </mxCell>
        <mxCell id="In8fDh9ZLN2M87an2Miy-79" parent="1" style="whiteSpace=wrap;html=1;" value="loan_application&lt;br&gt;success" vertex="1">
          <mxGeometry height="60" width="120" x="5616.37" y="1730" as="geometry" />
        </mxCell>
        <mxCell id="In8fDh9ZLN2M87an2Miy-132" edge="1" parent="1" source="In8fDh9ZLN2M87an2Miy-80" style="edgeStyle=orthogonalEdgeStyle;rounded=0;orthogonalLoop=1;jettySize=auto;html=1;" target="In8fDh9ZLN2M87an2Miy-131" value="">
          <mxGeometry relative="1" as="geometry" />
        </mxCell>
        <mxCell id="In8fDh9ZLN2M87an2Miy-80" parent="1" style="whiteSpace=wrap;html=1;" value="release &lt;br&gt;loan_limit.held_amount" vertex="1">
          <mxGeometry height="60" width="215" x="5568.87" y="1830" as="geometry" />
        </mxCell>
        <mxCell id="In8fDh9ZLN2M87an2Miy-95" edge="1" parent="1" source="In8fDh9ZLN2M87an2Miy-82" style="edgeStyle=orthogonalEdgeStyle;rounded=0;orthogonalLoop=1;jettySize=auto;html=1;" target="In8fDh9ZLN2M87an2Miy-94" value="">
          <mxGeometry relative="1" as="geometry" />
        </mxCell>
        <mxCell id="In8fDh9ZLN2M87an2Miy-82" parent="1" style="whiteSpace=wrap;html=1;" value="loan_application&lt;br&gt;next_retry_at = now + 5min" vertex="1">
          <mxGeometry height="60" width="170" x="5283.87" y="1890" as="geometry" />
        </mxCell>
        <mxCell id="In8fDh9ZLN2M87an2Miy-88" parent="1" style="whiteSpace=wrap;html=1;" value="create loan" vertex="1">
          <mxGeometry height="60" width="215" x="5568.87" y="2063.75" as="geometry" />
        </mxCell>
        <mxCell id="In8fDh9ZLN2M87an2Miy-94" parent="1" style="whiteSpace=wrap;html=1;" value="retry_count &amp;gt; 3&lt;br&gt;status = unknown" vertex="1">
          <mxGeometry height="60" width="120" x="5308.87" y="2010" as="geometry" />
        </mxCell>
        <mxCell id="In8fDh9ZLN2M87an2Miy-105" parent="1" style="rounded=0;whiteSpace=wrap;html=1;" value="Scheduler" vertex="1">
          <mxGeometry height="60" width="120" x="3150" y="1402.5" as="geometry" />
        </mxCell>
        <mxCell id="In8fDh9ZLN2M87an2Miy-127" edge="1" parent="1" source="In8fDh9ZLN2M87an2Miy-111" style="edgeStyle=orthogonalEdgeStyle;rounded=0;orthogonalLoop=1;jettySize=auto;html=1;" target="In8fDh9ZLN2M87an2Miy-126" value="">
          <mxGeometry relative="1" as="geometry" />
        </mxCell>
        <mxCell id="In8fDh9ZLN2M87an2Miy-135" edge="1" parent="1" source="In8fDh9ZLN2M87an2Miy-111" style="edgeStyle=orthogonalEdgeStyle;rounded=0;orthogonalLoop=1;jettySize=auto;html=1;entryX=0;entryY=0.5;entryDx=0;entryDy=0;" target="In8fDh9ZLN2M87an2Miy-222">
          <mxGeometry relative="1" as="geometry">
            <mxPoint x="4520" y="2280" as="targetPoint" />
          </mxGeometry>
        </mxCell>
        <mxCell id="In8fDh9ZLN2M87an2Miy-111" parent="1" style="rhombus;whiteSpace=wrap;html=1;" value="loan -&amp;gt; casa exists" vertex="1">
          <mxGeometry height="180" width="166.25" x="4219.5" y="2190" as="geometry" />
        </mxCell>
        <mxCell id="In8fDh9ZLN2M87an2Miy-113" parent="1" style="whiteSpace=wrap;html=1;" value="status = approved&lt;br&gt;processed_at = now&lt;br&gt;release held_amount&lt;br&gt;create loan" vertex="1">
          <mxGeometry height="72.5" width="130" x="5329.37" y="2243.75" as="geometry" />
        </mxCell>
        <mxCell id="In8fDh9ZLN2M87an2Miy-122" edge="1" parent="1" source="In8fDh9ZLN2M87an2Miy-118" style="edgeStyle=orthogonalEdgeStyle;rounded=0;orthogonalLoop=1;jettySize=auto;html=1;" target="In8fDh9ZLN2M87an2Miy-121" value="">
          <mxGeometry relative="1" as="geometry" />
        </mxCell>
        <mxCell id="In8fDh9ZLN2M87an2Miy-118" parent="1" style="whiteSpace=wrap;html=1;" value="row lock&lt;br&gt;loan_application" vertex="1">
          <mxGeometry height="60" width="120" x="4069.5" y="1402.5" as="geometry" />
        </mxCell>
        <mxCell id="In8fDh9ZLN2M87an2Miy-124" edge="1" parent="1" source="In8fDh9ZLN2M87an2Miy-121" style="edgeStyle=orthogonalEdgeStyle;rounded=0;orthogonalLoop=1;jettySize=auto;html=1;" target="In8fDh9ZLN2M87an2Miy-123" value="">
          <mxGeometry relative="1" as="geometry" />
        </mxCell>
        <mxCell id="In8fDh9ZLN2M87an2Miy-125" edge="1" parent="1" source="In8fDh9ZLN2M87an2Miy-121" style="edgeStyle=orthogonalEdgeStyle;rounded=0;orthogonalLoop=1;jettySize=auto;html=1;entryX=0.5;entryY=0;entryDx=0;entryDy=0;" target="In8fDh9ZLN2M87an2Miy-69">
          <mxGeometry relative="1" as="geometry" />
        </mxCell>
        <mxCell id="In8fDh9ZLN2M87an2Miy-121" parent="1" style="rhombus;whiteSpace=wrap;html=1;" value="processed_at &lt;br&gt;is not null" vertex="1">
          <mxGeometry height="115" width="110" x="4249.5" y="1375" as="geometry" />
        </mxCell>
        <mxCell id="In8fDh9ZLN2M87an2Miy-123" parent="1" style="whiteSpace=wrap;html=1;" value="skip processing" vertex="1">
          <mxGeometry height="60" width="120" x="4434.5" y="1402.5" as="geometry" />
        </mxCell>
        <mxCell id="In8fDh9ZLN2M87an2Miy-216" edge="1" parent="1" source="In8fDh9ZLN2M87an2Miy-126" style="edgeStyle=orthogonalEdgeStyle;rounded=0;orthogonalLoop=1;jettySize=auto;html=1;entryX=0.5;entryY=0;entryDx=0;entryDy=0;" target="In8fDh9ZLN2M87an2Miy-214">
          <mxGeometry relative="1" as="geometry" />
        </mxCell>
        <mxCell id="In8fDh9ZLN2M87an2Miy-126" parent="1" style="whiteSpace=wrap;html=1;" value="polaris&lt;br&gt;/loan/&lt;span style=&quot;white-space: pre-wrap; color: rgb(33, 33, 33); font-family: Inter, system-ui, -apple-system, &amp;quot;system-ui&amp;quot;, &amp;quot;Segoe UI&amp;quot;, Roboto, Oxygen, Ubuntu, Cantarell, &amp;quot;Fira Sans&amp;quot;, &amp;quot;Droid Sans&amp;quot;, Helvetica, Arial, sans-serif; text-align: left; background-color: rgb(255, 255, 255);&quot;&gt;grantLoanNonCash&lt;/span&gt;" vertex="1">
          <mxGeometry height="60" width="157.38" x="4223.93" y="2440" as="geometry" />
        </mxCell>
        <mxCell id="In8fDh9ZLN2M87an2Miy-130" parent="1" style="rounded=0;whiteSpace=wrap;html=1;fontSize=21;" value="WHERE TO TRIGGER CGW???" vertex="1">
          <mxGeometry height="290" width="450.63" x="5420" y="2815" as="geometry" />
        </mxCell>
        <mxCell id="In8fDh9ZLN2M87an2Miy-133" edge="1" parent="1" source="In8fDh9ZLN2M87an2Miy-131" style="edgeStyle=orthogonalEdgeStyle;rounded=0;orthogonalLoop=1;jettySize=auto;html=1;" target="In8fDh9ZLN2M87an2Miy-88" value="">
          <mxGeometry relative="1" as="geometry" />
        </mxCell>
        <mxCell id="In8fDh9ZLN2M87an2Miy-131" parent="1" style="whiteSpace=wrap;html=1;" value="processed_at = now" vertex="1">
          <mxGeometry height="60" width="120" x="5616.37" y="1942.5" as="geometry" />
        </mxCell>
        <mxCell id="In8fDh9ZLN2M87an2Miy-141" edge="1" parent="1" source="In8fDh9ZLN2M87an2Miy-134" style="edgeStyle=orthogonalEdgeStyle;rounded=0;orthogonalLoop=1;jettySize=auto;html=1;entryX=0;entryY=0.5;entryDx=0;entryDy=0;" target="In8fDh9ZLN2M87an2Miy-139">
          <mxGeometry relative="1" as="geometry" />
        </mxCell>
        <mxCell id="In8fDh9ZLN2M87an2Miy-145" edge="1" parent="1" source="In8fDh9ZLN2M87an2Miy-134" style="edgeStyle=orthogonalEdgeStyle;rounded=0;orthogonalLoop=1;jettySize=auto;html=1;" target="In8fDh9ZLN2M87an2Miy-144" value="">
          <mxGeometry relative="1" as="geometry" />
        </mxCell>
        <mxCell id="In8fDh9ZLN2M87an2Miy-134" parent="1" style="rhombus;whiteSpace=wrap;html=1;" value="casa -&amp;gt; domestic (CGW)&lt;br&gt;exists?" vertex="1">
          <mxGeometry height="180" width="190" x="4860" y="2190" as="geometry" />
        </mxCell>
        <mxCell id="In8fDh9ZLN2M87an2Miy-142" edge="1" parent="1" source="In8fDh9ZLN2M87an2Miy-139" style="edgeStyle=orthogonalEdgeStyle;rounded=0;orthogonalLoop=1;jettySize=auto;html=1;entryX=0;entryY=0.5;entryDx=0;entryDy=0;" target="In8fDh9ZLN2M87an2Miy-113">
          <mxGeometry relative="1" as="geometry" />
        </mxCell>
        <mxCell id="In8fDh9ZLN2M87an2Miy-227" edge="1" parent="1" source="In8fDh9ZLN2M87an2Miy-139" style="edgeStyle=orthogonalEdgeStyle;rounded=0;orthogonalLoop=1;jettySize=auto;html=1;entryX=1;entryY=0.5;entryDx=0;entryDy=0;" target="In8fDh9ZLN2M87an2Miy-225">
          <mxGeometry relative="1" as="geometry">
            <Array as="points">
              <mxPoint x="5196" y="2460" />
            </Array>
          </mxGeometry>
        </mxCell>
        <mxCell id="In8fDh9ZLN2M87an2Miy-139" parent="1" style="rhombus;whiteSpace=wrap;html=1;" value="casa -&amp;gt; domestic (CGW)&lt;br&gt;amount match" vertex="1">
          <mxGeometry height="180" width="172.5" x="5110" y="2190" as="geometry" />
        </mxCell>
        <mxCell id="In8fDh9ZLN2M87an2Miy-147" edge="1" parent="1" source="In8fDh9ZLN2M87an2Miy-144" style="edgeStyle=orthogonalEdgeStyle;rounded=0;orthogonalLoop=1;jettySize=auto;html=1;" target="In8fDh9ZLN2M87an2Miy-146" value="">
          <mxGeometry relative="1" as="geometry" />
        </mxCell>
        <mxCell id="In8fDh9ZLN2M87an2Miy-144" parent="1" style="whiteSpace=wrap;html=1;" value="Trigger CGW" vertex="1">
          <mxGeometry height="60" width="120" x="4895" y="2510" as="geometry" />
        </mxCell>
        <mxCell id="In8fDh9ZLN2M87an2Miy-148" edge="1" parent="1" source="In8fDh9ZLN2M87an2Miy-146" style="edgeStyle=orthogonalEdgeStyle;rounded=0;orthogonalLoop=1;jettySize=auto;html=1;entryX=0.5;entryY=1;entryDx=0;entryDy=0;" target="In8fDh9ZLN2M87an2Miy-113">
          <mxGeometry relative="1" as="geometry" />
        </mxCell>
        <mxCell id="In8fDh9ZLN2M87an2Miy-150" edge="1" parent="1" source="In8fDh9ZLN2M87an2Miy-146" style="edgeStyle=orthogonalEdgeStyle;rounded=0;orthogonalLoop=1;jettySize=auto;html=1;" target="In8fDh9ZLN2M87an2Miy-149" value="">
          <mxGeometry relative="1" as="geometry" />
        </mxCell>
        <mxCell id="In8fDh9ZLN2M87an2Miy-146" parent="1" style="rhombus;whiteSpace=wrap;html=1;" value="200" vertex="1">
          <mxGeometry height="80" width="80" x="5115" y="2500" as="geometry" />
        </mxCell>
        <mxCell id="In8fDh9ZLN2M87an2Miy-149" parent="1" style="whiteSpace=wrap;html=1;" value="next_retry_at = now + 5min" vertex="1">
          <mxGeometry height="60" width="155" x="5077.5" y="2650" as="geometry" />
        </mxCell>
        <mxCell id="In8fDh9ZLN2M87an2Miy-176" edge="1" parent="1" source="In8fDh9ZLN2M87an2Miy-152" style="edgeStyle=orthogonalEdgeStyle;rounded=0;orthogonalLoop=1;jettySize=auto;html=1;" target="In8fDh9ZLN2M87an2Miy-175" value="">
          <mxGeometry relative="1" as="geometry" />
        </mxCell>
        <mxCell id="In8fDh9ZLN2M87an2Miy-244" edge="1" parent="1" source="In8fDh9ZLN2M87an2Miy-152" style="edgeStyle=orthogonalEdgeStyle;rounded=0;orthogonalLoop=1;jettySize=auto;html=1;entryX=0;entryY=0.5;entryDx=0;entryDy=0;" target="In8fDh9ZLN2M87an2Miy-162">
          <mxGeometry relative="1" as="geometry" />
        </mxCell>
        <mxCell id="In8fDh9ZLN2M87an2Miy-152" parent="1" style="rhombus;whiteSpace=wrap;html=1;align=center;" value="&lt;div style=&quot;&quot;&gt;&lt;span style=&quot;background-color: transparent; color: light-dark(rgb(0, 0, 0), rgb(255, 255, 255));&quot;&gt;&lt;b&gt;request amount &amp;lt;=&amp;nbsp;&lt;br&gt;&lt;/b&gt;&lt;/span&gt;&lt;span style=&quot;font-weight: 700; background-color: transparent; color: light-dark(rgb(0, 0, 0), rgb(255, 255, 255));&quot;&gt;credit_line_accounts.available_amount&lt;/span&gt;&lt;/div&gt;" vertex="1">
          <mxGeometry height="285" width="270" x="990" y="992.5" as="geometry" />
        </mxCell>
        <mxCell id="P7TJZT1PVnBYbLh7lMs1-37" edge="1" parent="1" source="In8fDh9ZLN2M87an2Miy-161" style="edgeStyle=orthogonalEdgeStyle;rounded=0;orthogonalLoop=1;jettySize=auto;html=1;entryX=0;entryY=0.5;entryDx=0;entryDy=0;" target="In8fDh9ZLN2M87an2Miy-228">
          <mxGeometry relative="1" as="geometry" />
        </mxCell>
        <mxCell id="In8fDh9ZLN2M87an2Miy-161" parent="1" style="rounded=0;whiteSpace=wrap;html=1;" value="&lt;span style=&quot;font-weight: 700;&quot;&gt;credit_line_accounts&lt;br&gt;&lt;/span&gt;row lock" vertex="1">
          <mxGeometry height="60" width="145" x="280" y="1105" as="geometry" />
        </mxCell>
        <mxCell id="In8fDh9ZLN2M87an2Miy-165" edge="1" parent="1" source="In8fDh9ZLN2M87an2Miy-162" style="edgeStyle=orthogonalEdgeStyle;rounded=0;orthogonalLoop=1;jettySize=auto;html=1;" target="In8fDh9ZLN2M87an2Miy-12">
          <mxGeometry relative="1" as="geometry" />
        </mxCell>
        <mxCell id="In8fDh9ZLN2M87an2Miy-162" parent="1" style="rounded=0;whiteSpace=wrap;html=1;" value="&lt;span style=&quot;font-weight: 700; text-align: left;&quot;&gt;ROWLOCK -&amp;gt;&lt;br&gt;credit_line_accounts.reserved_amount &lt;br&gt;+= amount&lt;/span&gt;" vertex="1">
          <mxGeometry height="60" width="250" x="1360" y="1105" as="geometry" />
        </mxCell>
        <mxCell id="In8fDh9ZLN2M87an2Miy-174" parent="1" style="text;html=1;whiteSpace=wrap;strokeColor=none;fillColor=none;align=center;verticalAlign=middle;rounded=0;" value="&lt;div style=&quot;background-color:#ffffff;color:#080808&quot;&gt;&lt;pre style=&quot;font-family:&#39;JetBrains Mono&#39;,monospace;font-size:9.8pt;&quot;&gt;&lt;span style=&quot;color:#9e880d;&quot;&gt;@Transactional&lt;/span&gt;(propagation = &lt;span style=&quot;color:#000000;&quot;&gt;Propagation&lt;/span&gt;.&lt;span style=&quot;color:#871094;font-style:italic;&quot;&gt;REQUIRES_NEW&lt;/span&gt;)&lt;/pre&gt;&lt;/div&gt;" vertex="1">
          <mxGeometry height="30" width="240" x="1005" y="900" as="geometry" />
        </mxCell>
        <mxCell id="In8fDh9ZLN2M87an2Miy-175" parent="1" style="whiteSpace=wrap;html=1;" value="Rollback, return error" vertex="1">
          <mxGeometry height="60" width="132.5" x="1058.75" y="1352.5" as="geometry" />
        </mxCell>
        <mxCell id="In8fDh9ZLN2M87an2Miy-185" parent="1" style="whiteSpace=wrap;html=1;fontStyle=0;startSize=30;horizontal=1;" value="return success to client&lt;br&gt;(&quot;Request succeeded, will be processed within 5-10 mins&quot;?)" vertex="1">
          <mxGeometry height="162.5" width="210" x="2050" y="1053.75" as="geometry" />
        </mxCell>
        <mxCell id="In8fDh9ZLN2M87an2Miy-189" parent="1" style="text;html=1;whiteSpace=wrap;strokeColor=none;fillColor=none;align=center;verticalAlign=middle;rounded=0;fontSize=26;" value="&lt;div style=&quot;background-color:#ffffff;color:#080808&quot;&gt;&lt;pre style=&quot;font-family: &amp;quot;JetBrains Mono&amp;quot;, monospace;&quot;&gt;&lt;span style=&quot;color:#9e880d;&quot;&gt;@Transactional&lt;/span&gt;(propagation = &lt;span style=&quot;color:#000000;&quot;&gt;Propagation&lt;/span&gt;.&lt;span style=&quot;color:#871094;font-style:italic;&quot;&gt;REQUIRES_NEW&lt;/span&gt;)&lt;/pre&gt;&lt;/div&gt;" vertex="1">
          <mxGeometry height="30" width="240" x="4918.87" y="1265" as="geometry" />
        </mxCell>
        <mxCell id="In8fDh9ZLN2M87an2Miy-198" parent="1" style="text;html=1;whiteSpace=wrap;strokeColor=none;fillColor=none;align=center;verticalAlign=middle;rounded=0;fontSize=32;" value="BNPL request flow" vertex="1">
          <mxGeometry height="30" width="470" x="-80" y="2930" as="geometry" />
        </mxCell>
        <mxCell id="In8fDh9ZLN2M87an2Miy-199" edge="1" parent="1" source="In8fDh9ZLN2M87an2Miy-200" style="edgeStyle=orthogonalEdgeStyle;rounded=0;orthogonalLoop=1;jettySize=auto;html=1;" target="In8fDh9ZLN2M87an2Miy-202" value="">
          <mxGeometry relative="1" as="geometry" />
        </mxCell>
        <mxCell id="In8fDh9ZLN2M87an2Miy-200" parent="1" style="shape=umlActor;verticalLabelPosition=bottom;verticalAlign=top;html=1;outlineConnect=0;" value="Actor" vertex="1">
          <mxGeometry height="60" width="30" x="20" y="3135" as="geometry" />
        </mxCell>
        <mxCell id="In8fDh9ZLN2M87an2Miy-201" edge="1" parent="1" source="In8fDh9ZLN2M87an2Miy-202" style="edgeStyle=orthogonalEdgeStyle;rounded=0;orthogonalLoop=1;jettySize=auto;html=1;entryX=0.011;entryY=0.06;entryDx=0;entryDy=0;entryPerimeter=0;" target="In8fDh9ZLN2M87an2Miy-209" value="">
          <mxGeometry relative="1" as="geometry">
            <mxPoint x="440" y="3165" as="targetPoint" />
          </mxGeometry>
        </mxCell>
        <mxCell id="In8fDh9ZLN2M87an2Miy-202" parent="1" style="whiteSpace=wrap;html=1;verticalAlign=top;" value="&lt;div&gt;&lt;br&gt;&lt;/div&gt;&lt;div&gt;One tap loan&lt;/div&gt;" vertex="1">
          <mxGeometry height="60" width="120" x="230" y="3135" as="geometry" />
        </mxCell>
        <mxCell id="In8fDh9ZLN2M87an2Miy-203" edge="1" parent="1" source="In8fDh9ZLN2M87an2Miy-205" style="edgeStyle=orthogonalEdgeStyle;rounded=0;orthogonalLoop=1;jettySize=auto;html=1;" target="In8fDh9ZLN2M87an2Miy-206" value="">
          <mxGeometry relative="1" as="geometry" />
        </mxCell>
        <mxCell id="In8fDh9ZLN2M87an2Miy-204" connectable="0" parent="In8fDh9ZLN2M87an2Miy-203" style="edgeLabel;html=1;align=center;verticalAlign=middle;resizable=0;points=[];" value="0" vertex="1">
          <mxGeometry relative="1" x="-0.2091" y="-1" as="geometry">
            <mxPoint as="offset" />
          </mxGeometry>
        </mxCell>
        <mxCell id="In8fDh9ZLN2M87an2Miy-213" edge="1" parent="1" source="In8fDh9ZLN2M87an2Miy-205" style="edgeStyle=orthogonalEdgeStyle;rounded=0;orthogonalLoop=1;jettySize=auto;html=1;" target="In8fDh9ZLN2M87an2Miy-212" value="">
          <mxGeometry relative="1" as="geometry" />
        </mxCell>
        <mxCell id="In8fDh9ZLN2M87an2Miy-205" parent="1" style="rhombus;whiteSpace=wrap;html=1;verticalAlign=top;" value="&lt;br&gt;&lt;br&gt;&lt;div&gt;&lt;br&gt;&lt;/div&gt;&lt;div&gt;Loan validation&lt;br&gt;success&lt;/div&gt;" vertex="1">
          <mxGeometry height="120" width="140" x="720" y="3105" as="geometry" />
        </mxCell>
        <mxCell id="In8fDh9ZLN2M87an2Miy-206" parent="1" style="whiteSpace=wrap;html=1;verticalAlign=middle;" value="Return err message" vertex="1">
          <mxGeometry height="60" width="120" x="730" y="3305" as="geometry" />
        </mxCell>
        <mxCell id="In8fDh9ZLN2M87an2Miy-207" edge="1" parent="1" source="In8fDh9ZLN2M87an2Miy-208" style="edgeStyle=orthogonalEdgeStyle;rounded=0;orthogonalLoop=1;jettySize=auto;html=1;entryX=0;entryY=0.5;entryDx=0;entryDy=0;" target="In8fDh9ZLN2M87an2Miy-205">
          <mxGeometry relative="1" as="geometry" />
        </mxCell>
        <mxCell id="In8fDh9ZLN2M87an2Miy-208" parent="1" style="swimlane;fontStyle=0;childLayout=stackLayout;horizontal=1;startSize=30;horizontalStack=0;resizeParent=1;resizeParentMax=0;resizeLast=0;collapsible=1;marginBottom=0;whiteSpace=wrap;html=1;" value="Validations" vertex="1">
          <mxGeometry height="120" width="140" x="460" y="3135" as="geometry" />
        </mxCell>
        <mxCell id="In8fDh9ZLN2M87an2Miy-209" parent="In8fDh9ZLN2M87an2Miy-208" style="text;strokeColor=none;fillColor=none;align=left;verticalAlign=middle;spacingLeft=4;spacingRight=4;overflow=hidden;points=[[0,0.5],[1,0.5]];portConstraint=eastwest;rotatable=0;whiteSpace=wrap;html=1;" value="user status" vertex="1">
          <mxGeometry height="30" width="140" y="30" as="geometry" />
        </mxCell>
        <mxCell id="In8fDh9ZLN2M87an2Miy-210" parent="In8fDh9ZLN2M87an2Miy-208" style="text;strokeColor=none;fillColor=none;align=left;verticalAlign=middle;spacingLeft=4;spacingRight=4;overflow=hidden;points=[[0,0.5],[1,0.5]];portConstraint=eastwest;rotatable=0;whiteSpace=wrap;html=1;" value="kyc status" vertex="1">
          <mxGeometry height="30" width="140" y="60" as="geometry" />
        </mxCell>
        <mxCell id="In8fDh9ZLN2M87an2Miy-211" parent="In8fDh9ZLN2M87an2Miy-208" style="text;strokeColor=none;fillColor=none;align=left;verticalAlign=middle;spacingLeft=4;spacingRight=4;overflow=hidden;points=[[0,0.5],[1,0.5]];portConstraint=eastwest;rotatable=0;whiteSpace=wrap;html=1;" value="loan limit status" vertex="1">
          <mxGeometry height="30" width="140" y="90" as="geometry" />
        </mxCell>
        <mxCell id="In8fDh9ZLN2M87an2Miy-212" parent="1" style="whiteSpace=wrap;html=1;verticalAlign=middle;" value="Same as one-tap ??" vertex="1">
          <mxGeometry height="60" width="120" x="950" y="3135" as="geometry" />
        </mxCell>
        <mxCell id="In8fDh9ZLN2M87an2Miy-218" edge="1" parent="1" source="In8fDh9ZLN2M87an2Miy-214" style="edgeStyle=orthogonalEdgeStyle;rounded=0;orthogonalLoop=1;jettySize=auto;html=1;entryX=0;entryY=0.5;entryDx=0;entryDy=0;" target="In8fDh9ZLN2M87an2Miy-134">
          <mxGeometry relative="1" as="geometry">
            <Array as="points">
              <mxPoint x="4860" y="2630" />
            </Array>
          </mxGeometry>
        </mxCell>
        <mxCell id="In8fDh9ZLN2M87an2Miy-221" edge="1" parent="1" source="In8fDh9ZLN2M87an2Miy-214" style="edgeStyle=orthogonalEdgeStyle;rounded=0;orthogonalLoop=1;jettySize=auto;html=1;entryX=0;entryY=0.5;entryDx=0;entryDy=0;" target="In8fDh9ZLN2M87an2Miy-149">
          <mxGeometry relative="1" as="geometry">
            <Array as="points">
              <mxPoint x="4303" y="2680" />
            </Array>
          </mxGeometry>
        </mxCell>
        <mxCell id="In8fDh9ZLN2M87an2Miy-214" parent="1" style="rhombus;whiteSpace=wrap;html=1;" value="200" vertex="1">
          <mxGeometry height="80" width="80" x="4262.62" y="2590" as="geometry" />
        </mxCell>
        <mxCell id="In8fDh9ZLN2M87an2Miy-223" edge="1" parent="1" source="In8fDh9ZLN2M87an2Miy-222" style="edgeStyle=orthogonalEdgeStyle;rounded=0;orthogonalLoop=1;jettySize=auto;html=1;" target="In8fDh9ZLN2M87an2Miy-134">
          <mxGeometry relative="1" as="geometry" />
        </mxCell>
        <mxCell id="In8fDh9ZLN2M87an2Miy-226" edge="1" parent="1" source="In8fDh9ZLN2M87an2Miy-222" style="edgeStyle=orthogonalEdgeStyle;rounded=0;orthogonalLoop=1;jettySize=auto;html=1;" target="In8fDh9ZLN2M87an2Miy-225" value="">
          <mxGeometry relative="1" as="geometry" />
        </mxCell>
        <mxCell id="In8fDh9ZLN2M87an2Miy-222" parent="1" style="rhombus;whiteSpace=wrap;html=1;" value="loan -&amp;gt; casa &lt;br&gt;amount match" vertex="1">
          <mxGeometry height="156.25" width="155" x="4561.37" y="2201.88" as="geometry" />
        </mxCell>
        <mxCell id="In8fDh9ZLN2M87an2Miy-225" parent="1" style="whiteSpace=wrap;html=1;" value="status = manual_review??" vertex="1">
          <mxGeometry height="60" width="120" x="4578.87" y="2429.995" as="geometry" />
        </mxCell>
        <mxCell id="P7TJZT1PVnBYbLh7lMs1-38" edge="1" parent="1" source="In8fDh9ZLN2M87an2Miy-228" style="edgeStyle=orthogonalEdgeStyle;rounded=0;orthogonalLoop=1;jettySize=auto;html=1;entryX=0.5;entryY=0;entryDx=0;entryDy=0;" target="In8fDh9ZLN2M87an2Miy-233">
          <mxGeometry relative="1" as="geometry" />
        </mxCell>
        <mxCell id="P7TJZT1PVnBYbLh7lMs1-39" edge="1" parent="1" source="In8fDh9ZLN2M87an2Miy-228" style="edgeStyle=orthogonalEdgeStyle;rounded=0;orthogonalLoop=1;jettySize=auto;html=1;" target="In8fDh9ZLN2M87an2Miy-152">
          <mxGeometry relative="1" as="geometry" />
        </mxCell>
        <mxCell id="In8fDh9ZLN2M87an2Miy-228" parent="1" style="rhombus;whiteSpace=wrap;html=1;" value="Polaris&lt;br&gt;/line/&lt;span style=&quot;color: rgb(33, 33, 33); font-family: Inter, system-ui, -apple-system, &amp;quot;system-ui&amp;quot;, &amp;quot;Segoe UI&amp;quot;, Roboto, Oxygen, Ubuntu, Cantarell, &amp;quot;Fira Sans&amp;quot;, &amp;quot;Droid Sans&amp;quot;, Helvetica, Arial, sans-serif; text-align: left; white-space: pre-wrap; background-color: rgb(255, 255, 255);&quot;&gt;getAccountDetail&lt;/span&gt;&lt;br&gt;200" vertex="1">
          <mxGeometry height="225" width="250" x="570" y="1022.5" as="geometry" />
        </mxCell>
        <mxCell id="In8fDh9ZLN2M87an2Miy-236" edge="1" parent="1" source="In8fDh9ZLN2M87an2Miy-233" style="edgeStyle=orthogonalEdgeStyle;rounded=0;orthogonalLoop=1;jettySize=auto;html=1;" target="In8fDh9ZLN2M87an2Miy-235" value="">
          <mxGeometry relative="1" as="geometry" />
        </mxCell>
        <mxCell id="In8fDh9ZLN2M87an2Miy-242" edge="1" parent="1" source="In8fDh9ZLN2M87an2Miy-233" style="edgeStyle=orthogonalEdgeStyle;rounded=0;orthogonalLoop=1;jettySize=auto;html=1;entryX=0;entryY=0.5;entryDx=0;entryDy=0;" target="In8fDh9ZLN2M87an2Miy-241" value="">
          <mxGeometry relative="1" as="geometry">
            <mxPoint x="765" y="1362.5" as="targetPoint" />
          </mxGeometry>
        </mxCell>
        <mxCell id="In8fDh9ZLN2M87an2Miy-233" parent="1" style="rhombus;whiteSpace=wrap;html=1;" value="501" vertex="1">
          <mxGeometry height="80" width="80" x="655" y="1322.5" as="geometry" />
        </mxCell>
        <mxCell id="In8fDh9ZLN2M87an2Miy-238" edge="1" parent="1" source="In8fDh9ZLN2M87an2Miy-235" style="edgeStyle=orthogonalEdgeStyle;rounded=0;orthogonalLoop=1;jettySize=auto;html=1;entryX=0;entryY=0.5;entryDx=0;entryDy=0;" target="In8fDh9ZLN2M87an2Miy-237" value="">
          <mxGeometry relative="1" as="geometry">
            <mxPoint x="835" y="1615" as="targetPoint" />
          </mxGeometry>
        </mxCell>
        <mxCell id="In8fDh9ZLN2M87an2Miy-240" edge="1" parent="1" source="In8fDh9ZLN2M87an2Miy-235" style="edgeStyle=orthogonalEdgeStyle;rounded=0;orthogonalLoop=1;jettySize=auto;html=1;" target="In8fDh9ZLN2M87an2Miy-239" value="">
          <mxGeometry relative="1" as="geometry" />
        </mxCell>
        <mxCell id="In8fDh9ZLN2M87an2Miy-235" parent="1" style="rhombus;whiteSpace=wrap;html=1;" value="timeout, http err" vertex="1">
          <mxGeometry height="125" width="120" x="635" y="1552.5" as="geometry" />
        </mxCell>
        <mxCell id="In8fDh9ZLN2M87an2Miy-237" parent="1" style="whiteSpace=wrap;html=1;" value="return err msg&lt;br&gt;try again" vertex="1">
          <mxGeometry height="60" width="120" x="855" y="1585" as="geometry" />
        </mxCell>
        <mxCell id="In8fDh9ZLN2M87an2Miy-239" parent="1" style="whiteSpace=wrap;html=1;" value="return err msg&lt;br&gt;try again?" vertex="1">
          <mxGeometry height="60" width="120" x="635" y="1740" as="geometry" />
        </mxCell>
        <mxCell id="In8fDh9ZLN2M87an2Miy-241" parent="1" style="whiteSpace=wrap;html=1;" value="return err msg?" vertex="1">
          <mxGeometry height="60" width="120" x="845" y="1332.5" as="geometry" />
        </mxCell>
        <mxCell id="P7TJZT1PVnBYbLh7lMs1-3" parent="1" style="whiteSpace=wrap;html=1;rounded=0;" value="Polaris&lt;br&gt;/line/openAccount" vertex="1">
          <mxGeometry height="60" width="120" x="2420" y="210" as="geometry" />
        </mxCell>
        <mxCell id="P7TJZT1PVnBYbLh7lMs1-5" parent="1" style="swimlane;fontStyle=0;childLayout=stackLayout;horizontal=1;startSize=30;horizontalStack=0;resizeParent=1;resizeParentMax=0;resizeLast=0;collapsible=1;marginBottom=0;whiteSpace=wrap;html=1;" value="expected calls in order:" vertex="1">
          <mxGeometry height="210" width="270" x="3160" y="1991.88" as="geometry" />
        </mxCell>
        <mxCell id="P7TJZT1PVnBYbLh7lMs1-6" parent="P7TJZT1PVnBYbLh7lMs1-5" style="text;strokeColor=none;fillColor=none;align=left;verticalAlign=middle;spacingLeft=4;spacingRight=4;overflow=hidden;points=[[0,0.5],[1,0.5]];portConstraint=eastwest;rotatable=0;whiteSpace=wrap;html=1;" value="&lt;span style=&quot;text-align: center;&quot;&gt;/loan/createAccount - no retry&lt;/span&gt;" vertex="1">
          <mxGeometry height="30" width="270" y="30" as="geometry" />
        </mxCell>
        <mxCell id="P7TJZT1PVnBYbLh7lMs1-7" parent="P7TJZT1PVnBYbLh7lMs1-5" style="text;strokeColor=none;fillColor=none;align=left;verticalAlign=middle;spacingLeft=4;spacingRight=4;overflow=hidden;points=[[0,0.5],[1,0.5]];portConstraint=eastwest;rotatable=0;whiteSpace=wrap;html=1;" value="&lt;span style=&quot;text-align: center;&quot;&gt;/loan/&lt;/span&gt;&lt;span style=&quot;background-color: rgb(252, 246, 219); color: rgb(0, 0, 0); font-family: &amp;quot;Anonymous Pro&amp;quot;, Menlo, Consolas, &amp;quot;Bitstream Vera Sans Mono&amp;quot;, &amp;quot;Courier New&amp;quot;, monospace; font-size: 0.9em;&quot;&gt;createNrsSchedule - retry&lt;/span&gt;" vertex="1">
          <mxGeometry height="30" width="270" y="60" as="geometry" />
        </mxCell>
        <mxCell id="P7TJZT1PVnBYbLh7lMs1-8" parent="P7TJZT1PVnBYbLh7lMs1-5" style="text;strokeColor=none;fillColor=none;align=left;verticalAlign=middle;spacingLeft=4;spacingRight=4;overflow=hidden;points=[[0,0.5],[1,0.5]];portConstraint=eastwest;rotatable=0;whiteSpace=wrap;html=1;" value="&lt;span style=&quot;text-align: center;&quot;&gt;/loan/openAccount - retry&lt;/span&gt;" vertex="1">
          <mxGeometry height="30" width="270" y="90" as="geometry" />
        </mxCell>
        <mxCell id="P7TJZT1PVnBYbLh7lMs1-9" parent="P7TJZT1PVnBYbLh7lMs1-5" style="text;strokeColor=none;fillColor=none;align=left;verticalAlign=middle;spacingLeft=4;spacingRight=4;overflow=hidden;points=[[0,0.5],[1,0.5]];portConstraint=eastwest;rotatable=0;whiteSpace=wrap;html=1;" value="&lt;span style=&quot;font-family: &amp;quot;Anonymous Pro&amp;quot;, Menlo, Consolas, &amp;quot;Bitstream Vera Sans Mono&amp;quot;, &amp;quot;Courier New&amp;quot;, monospace; font-size: 10.8px; white-space: pre-wrap;&quot;&gt;&lt;font style=&quot;color: light-dark(rgb(237, 237, 237), rgb(255, 255, 255));&quot;&gt;/line/linkLineAccountToLoan - retry?&lt;/font&gt;&lt;/span&gt;" vertex="1">
          <mxGeometry height="30" width="270" y="120" as="geometry" />
        </mxCell>
        <mxCell id="P7TJZT1PVnBYbLh7lMs1-10" parent="P7TJZT1PVnBYbLh7lMs1-5" style="text;strokeColor=none;fillColor=none;align=left;verticalAlign=middle;spacingLeft=4;spacingRight=4;overflow=hidden;points=[[0,0.5],[1,0.5]];portConstraint=eastwest;rotatable=0;whiteSpace=wrap;html=1;" value="&lt;span style=&quot;text-align: center;&quot;&gt;/loan/&lt;/span&gt;&lt;span style=&quot;white-space: pre-wrap; color: rgb(33, 33, 33); font-family: Inter, system-ui, -apple-system, &amp;quot;system-ui&amp;quot;, &amp;quot;Segoe UI&amp;quot;, Roboto, Oxygen, Ubuntu, Cantarell, &amp;quot;Fira Sans&amp;quot;, &amp;quot;Droid Sans&amp;quot;, Helvetica, Arial, sans-serif; background-color: rgb(255, 255, 255);&quot;&gt;grantLoanNonCash - retry&lt;/span&gt;" vertex="1">
          <mxGeometry height="30" width="270" y="150" as="geometry" />
        </mxCell>
        <mxCell id="P7TJZT1PVnBYbLh7lMs1-11" parent="P7TJZT1PVnBYbLh7lMs1-5" style="text;strokeColor=none;fillColor=none;align=left;verticalAlign=middle;spacingLeft=4;spacingRight=4;overflow=hidden;points=[[0,0.5],[1,0.5]];portConstraint=eastwest;rotatable=0;whiteSpace=wrap;html=1;" value="&lt;font face=&quot;Inter, system-ui, -apple-system, system-ui, Segoe UI, Roboto, Oxygen, Ubuntu, Cantarell, Fira Sans, Droid Sans, Helvetica, Arial, sans-serif&quot; style=&quot;color: light-dark(rgb(188, 188, 188), rgb(255, 255, 255));&quot;&gt;&lt;span style=&quot;white-space-collapse: preserve;&quot;&gt;CGW Trigger ??&lt;/span&gt;&lt;/font&gt;" vertex="1">
          <mxGeometry height="30" width="270" y="180" as="geometry" />
        </mxCell>
        <mxCell id="P7TJZT1PVnBYbLh7lMs1-17" edge="1" parent="1" source="P7TJZT1PVnBYbLh7lMs1-15" style="edgeStyle=orthogonalEdgeStyle;rounded=0;orthogonalLoop=1;jettySize=auto;html=1;" target="P7TJZT1PVnBYbLh7lMs1-16" value="">
          <mxGeometry relative="1" as="geometry" />
        </mxCell>
        <mxCell id="P7TJZT1PVnBYbLh7lMs1-15" parent="1" style="rounded=0;whiteSpace=wrap;html=1;" value="/loan/&lt;span style=&quot;background-color: rgb(252, 246, 219); color: rgb(0, 0, 0); font-family: &amp;quot;Anonymous Pro&amp;quot;, Menlo, Consolas, &amp;quot;Bitstream Vera Sans Mono&amp;quot;, &amp;quot;Courier New&amp;quot;, monospace; font-size: 0.9em; text-align: start;&quot;&gt;getCustomerLoanAccountList&lt;/span&gt;" vertex="1">
          <mxGeometry height="60" width="270" x="2890" y="2243.75" as="geometry" />
        </mxCell>
        <mxCell id="P7TJZT1PVnBYbLh7lMs1-23" edge="1" parent="1" source="P7TJZT1PVnBYbLh7lMs1-16" style="edgeStyle=orthogonalEdgeStyle;rounded=0;orthogonalLoop=1;jettySize=auto;html=1;" target="P7TJZT1PVnBYbLh7lMs1-22" value="">
          <mxGeometry relative="1" as="geometry" />
        </mxCell>
        <mxCell id="P7TJZT1PVnBYbLh7lMs1-33" edge="1" parent="1" source="P7TJZT1PVnBYbLh7lMs1-16" style="edgeStyle=orthogonalEdgeStyle;rounded=0;orthogonalLoop=1;jettySize=auto;html=1;" target="P7TJZT1PVnBYbLh7lMs1-32" value="">
          <mxGeometry relative="1" as="geometry" />
        </mxCell>
        <mxCell id="P7TJZT1PVnBYbLh7lMs1-16" parent="1" style="rhombus;whiteSpace=wrap;html=1;rounded=0;" value="product match&lt;br&gt;amount match&lt;br&gt;status = new" vertex="1">
          <mxGeometry height="190" width="190" x="2930" y="2371.87" as="geometry" />
        </mxCell>
        <mxCell id="P7TJZT1PVnBYbLh7lMs1-25" edge="1" parent="1" source="P7TJZT1PVnBYbLh7lMs1-22" style="edgeStyle=orthogonalEdgeStyle;rounded=0;orthogonalLoop=1;jettySize=auto;html=1;" target="P7TJZT1PVnBYbLh7lMs1-24" value="">
          <mxGeometry relative="1" as="geometry" />
        </mxCell>
        <mxCell id="P7TJZT1PVnBYbLh7lMs1-22" parent="1" style="whiteSpace=wrap;html=1;rounded=0;" value="/loan/&lt;span style=&quot;background-color: rgb(252, 246, 219); color: rgb(0, 0, 0); font-family: &amp;quot;Anonymous Pro&amp;quot;, Menlo, Consolas, &amp;quot;Bitstream Vera Sans Mono&amp;quot;, &amp;quot;Courier New&amp;quot;, monospace; font-size: 0.9em; text-align: start;&quot;&gt;getNrsSchedule&lt;/span&gt;" vertex="1">
          <mxGeometry height="60" width="215" x="3200" y="2436.87" as="geometry" />
        </mxCell>
        <mxCell id="P7TJZT1PVnBYbLh7lMs1-29" edge="1" parent="1" source="P7TJZT1PVnBYbLh7lMs1-24" style="edgeStyle=orthogonalEdgeStyle;rounded=0;orthogonalLoop=1;jettySize=auto;html=1;" target="P7TJZT1PVnBYbLh7lMs1-28" value="">
          <mxGeometry relative="1" as="geometry" />
        </mxCell>
        <mxCell id="P7TJZT1PVnBYbLh7lMs1-31" edge="1" parent="1" source="P7TJZT1PVnBYbLh7lMs1-24" style="edgeStyle=orthogonalEdgeStyle;rounded=0;orthogonalLoop=1;jettySize=auto;html=1;" target="P7TJZT1PVnBYbLh7lMs1-30" value="">
          <mxGeometry relative="1" as="geometry" />
        </mxCell>
        <mxCell id="P7TJZT1PVnBYbLh7lMs1-24" parent="1" style="rhombus;whiteSpace=wrap;html=1;rounded=0;" value="schedule match?" vertex="1">
          <mxGeometry height="115" width="110" x="3510" y="2409.37" as="geometry" />
        </mxCell>
        <mxCell id="P7TJZT1PVnBYbLh7lMs1-28" parent="1" style="whiteSpace=wrap;html=1;rounded=0;" value="/loan/openAccount&amp;nbsp;" vertex="1">
          <mxGeometry height="60" width="155" x="3695" y="2436.87" as="geometry" />
        </mxCell>
        <mxCell id="P7TJZT1PVnBYbLh7lMs1-30" parent="1" style="whiteSpace=wrap;html=1;rounded=0;" value="/loan/&lt;span style=&quot;background-color: rgb(252, 246, 219); color: rgb(0, 0, 0); font-family: &amp;quot;Anonymous Pro&amp;quot;, Menlo, Consolas, &amp;quot;Bitstream Vera Sans Mono&amp;quot;, &amp;quot;Courier New&amp;quot;, monospace; font-size: 0.9em; text-align: start;&quot;&gt;updateNrsSchedule&lt;/span&gt;" vertex="1">
          <mxGeometry height="60" width="195" x="3467.5" y="2631.87" as="geometry" />
        </mxCell>
        <mxCell id="P7TJZT1PVnBYbLh7lMs1-32" parent="1" style="rhombus;whiteSpace=wrap;html=1;rounded=0;" value="product match&lt;br&gt;amount match&lt;br&gt;status = active" vertex="1">
          <mxGeometry height="213.13" width="213.13" x="2918.43" y="2696.87" as="geometry" />
        </mxCell>
        <mxCell id="P7TJZT1PVnBYbLh7lMs1-44" edge="1" parent="1" source="P7TJZT1PVnBYbLh7lMs1-41" style="edgeStyle=orthogonalEdgeStyle;rounded=0;orthogonalLoop=1;jettySize=auto;html=1;" target="P7TJZT1PVnBYbLh7lMs1-43" value="">
          <mxGeometry relative="1" as="geometry" />
        </mxCell>
        <mxCell id="P7TJZT1PVnBYbLh7lMs1-41" parent="1" style="whiteSpace=wrap;html=1;verticalAlign=middle;" value="Rate limit by user" vertex="1">
          <mxGeometry height="60" width="120" x="-660" y="1105" as="geometry" />
        </mxCell>
        <mxCell id="P7TJZT1PVnBYbLh7lMs1-43" parent="1" style="whiteSpace=wrap;html=1;" value="Circuit breaker" vertex="1">
          <mxGeometry height="60" width="120" x="-485" y="1105" as="geometry" />
        </mxCell>
        <mxCell id="P7TJZT1PVnBYbLh7lMs1-45" edge="1" parent="1" source="P7TJZT1PVnBYbLh7lMs1-43" style="edgeStyle=orthogonalEdgeStyle;rounded=0;orthogonalLoop=1;jettySize=auto;html=1;entryX=-0.015;entryY=0.128;entryDx=0;entryDy=0;entryPerimeter=0;" target="In8fDh9ZLN2M87an2Miy-27">
          <mxGeometry relative="1" as="geometry" />
        </mxCell>
        <mxCell id="P7TJZT1PVnBYbLh7lMs1-46" parent="1" style="swimlane;fontStyle=0;childLayout=stackLayout;horizontal=1;startSize=30;horizontalStack=0;resizeParent=1;resizeParentMax=0;resizeLast=0;collapsible=1;marginBottom=0;whiteSpace=wrap;html=1;" value="alternative batch calls in order" vertex="1">
          <mxGeometry height="210" width="270" x="2040" y="1290" as="geometry" />
        </mxCell>
        <mxCell id="P7TJZT1PVnBYbLh7lMs1-47" parent="P7TJZT1PVnBYbLh7lMs1-46" style="text;strokeColor=none;fillColor=none;align=left;verticalAlign=middle;spacingLeft=4;spacingRight=4;overflow=hidden;points=[[0,0.5],[1,0.5]];portConstraint=eastwest;rotatable=0;whiteSpace=wrap;html=1;" value="&lt;span style=&quot;text-align: center;&quot;&gt;/loan/createAccount - no retry&lt;/span&gt;" vertex="1">
          <mxGeometry height="30" width="270" y="30" as="geometry" />
        </mxCell>
        <mxCell id="P7TJZT1PVnBYbLh7lMs1-48" parent="P7TJZT1PVnBYbLh7lMs1-46" style="text;strokeColor=none;fillColor=none;align=left;verticalAlign=middle;spacingLeft=4;spacingRight=4;overflow=hidden;points=[[0,0.5],[1,0.5]];portConstraint=eastwest;rotatable=0;whiteSpace=wrap;html=1;" value="&lt;span style=&quot;text-align: center;&quot;&gt;/loan/&lt;/span&gt;&lt;span style=&quot;background-color: rgb(252, 246, 219); color: rgb(0, 0, 0); font-family: &amp;quot;Anonymous Pro&amp;quot;, Menlo, Consolas, &amp;quot;Bitstream Vera Sans Mono&amp;quot;, &amp;quot;Courier New&amp;quot;, monospace; font-size: 0.9em;&quot;&gt;createNrsSchedule - retry&lt;/span&gt;" vertex="1">
          <mxGeometry height="30" width="270" y="60" as="geometry" />
        </mxCell>
        <mxCell id="P7TJZT1PVnBYbLh7lMs1-49" parent="P7TJZT1PVnBYbLh7lMs1-46" style="text;strokeColor=none;fillColor=none;align=left;verticalAlign=middle;spacingLeft=4;spacingRight=4;overflow=hidden;points=[[0,0.5],[1,0.5]];portConstraint=eastwest;rotatable=0;whiteSpace=wrap;html=1;" value="&lt;span style=&quot;text-align: center;&quot;&gt;/loan/openAccount - retry&lt;/span&gt;" vertex="1">
          <mxGeometry height="30" width="270" y="90" as="geometry" />
        </mxCell>
        <mxCell id="P7TJZT1PVnBYbLh7lMs1-50" parent="P7TJZT1PVnBYbLh7lMs1-46" style="text;strokeColor=none;fillColor=none;align=left;verticalAlign=middle;spacingLeft=4;spacingRight=4;overflow=hidden;points=[[0,0.5],[1,0.5]];portConstraint=eastwest;rotatable=0;whiteSpace=wrap;html=1;" value="&lt;span style=&quot;font-family: &amp;quot;Anonymous Pro&amp;quot;, Menlo, Consolas, &amp;quot;Bitstream Vera Sans Mono&amp;quot;, &amp;quot;Courier New&amp;quot;, monospace; font-size: 10.8px; white-space: pre-wrap;&quot;&gt;&lt;font style=&quot;color: light-dark(rgb(237, 237, 237), rgb(255, 255, 255));&quot;&gt;/line/linkLineAccountToLoan - retry?&lt;/font&gt;&lt;/span&gt;" vertex="1">
          <mxGeometry height="30" width="270" y="120" as="geometry" />
        </mxCell>
        <mxCell id="P7TJZT1PVnBYbLh7lMs1-51" parent="P7TJZT1PVnBYbLh7lMs1-46" style="text;strokeColor=none;fillColor=none;align=left;verticalAlign=middle;spacingLeft=4;spacingRight=4;overflow=hidden;points=[[0,0.5],[1,0.5]];portConstraint=eastwest;rotatable=0;whiteSpace=wrap;html=1;" value="&lt;span style=&quot;text-align: center;&quot;&gt;/loan/&lt;/span&gt;&lt;span style=&quot;white-space: pre-wrap; color: rgb(33, 33, 33); font-family: Inter, system-ui, -apple-system, &amp;quot;system-ui&amp;quot;, &amp;quot;Segoe UI&amp;quot;, Roboto, Oxygen, Ubuntu, Cantarell, &amp;quot;Fira Sans&amp;quot;, &amp;quot;Droid Sans&amp;quot;, Helvetica, Arial, sans-serif; background-color: rgb(255, 255, 255);&quot;&gt;grantLoanNonCash - retry&lt;/span&gt;" vertex="1">
          <mxGeometry height="30" width="270" y="150" as="geometry" />
        </mxCell>
-         <mxCell id="P7TJZT1PVnBYbLh7lMs1-52" parent="P7TJZT1PVnBYbLh7lMs1-46" style="text;strokeColor=none;fillColor=none;align=left;verticalAlign=middle;spacingLeft=4;spacingRight=4;overflow=hidden;points=[[0,0.5],[1,0.5]];portConstraint=eastwest;rotatable=0;whiteSpace=wrap;html=1;" value="&lt;font face=&quot;Inter, system-ui, -apple-system, system-ui, Segoe UI, Roboto, Oxygen, Ubuntu, Cantarell, Fira Sans, Droid Sans, Helvetica, Arial, sans-serif&quot; style=&quot;color: light-dark(rgb(188, 188, 188), rgb(255, 255, 255));&quot;&gt;&lt;span style=&quot;white-space-collapse: preserve;&quot;&gt;CGW Trigger ??&lt;/span&gt;&lt;/font&gt;" vertex="1">
+         <mxCell id="P7TJZT1PVnBYbLh7lMs1-52" parent="P7TJZT1PVnBYbLh7lMs1-46" style="text;strokeColor=none;fillColor=none;align=left;verticalAlign=middle;spacingLeft=4;spacingRight=4;overflow=hidden;points=[[0,0.5],[1,0.5]];portConstraint=eastwest;rotatable=0;whiteSpace=wrap;html=1;" value="&lt;font face=&quot;Inter, system-ui, -apple-system, system-ui, Segoe UI, Roboto, Oxygen, Ubuntu, Cantarell, Fira Sans, Droid Sans, Helvetica, Arial, sans-serif&quot; style=&quot;color: light-dark(rgb(188, 188, 188), rgb(255, 255, 255));&quot;&gt;&lt;span style=&quot;white-space-collapse: preserve;&quot;&gt;CGW Trigger - no retry&lt;/span&gt;&lt;/font&gt;" vertex="1">
          <mxGeometry height="30" width="270" y="180" as="geometry" />
        </mxCell>
      </root>
    </mxGraphModel>
  </diagram>
</mxfile>
